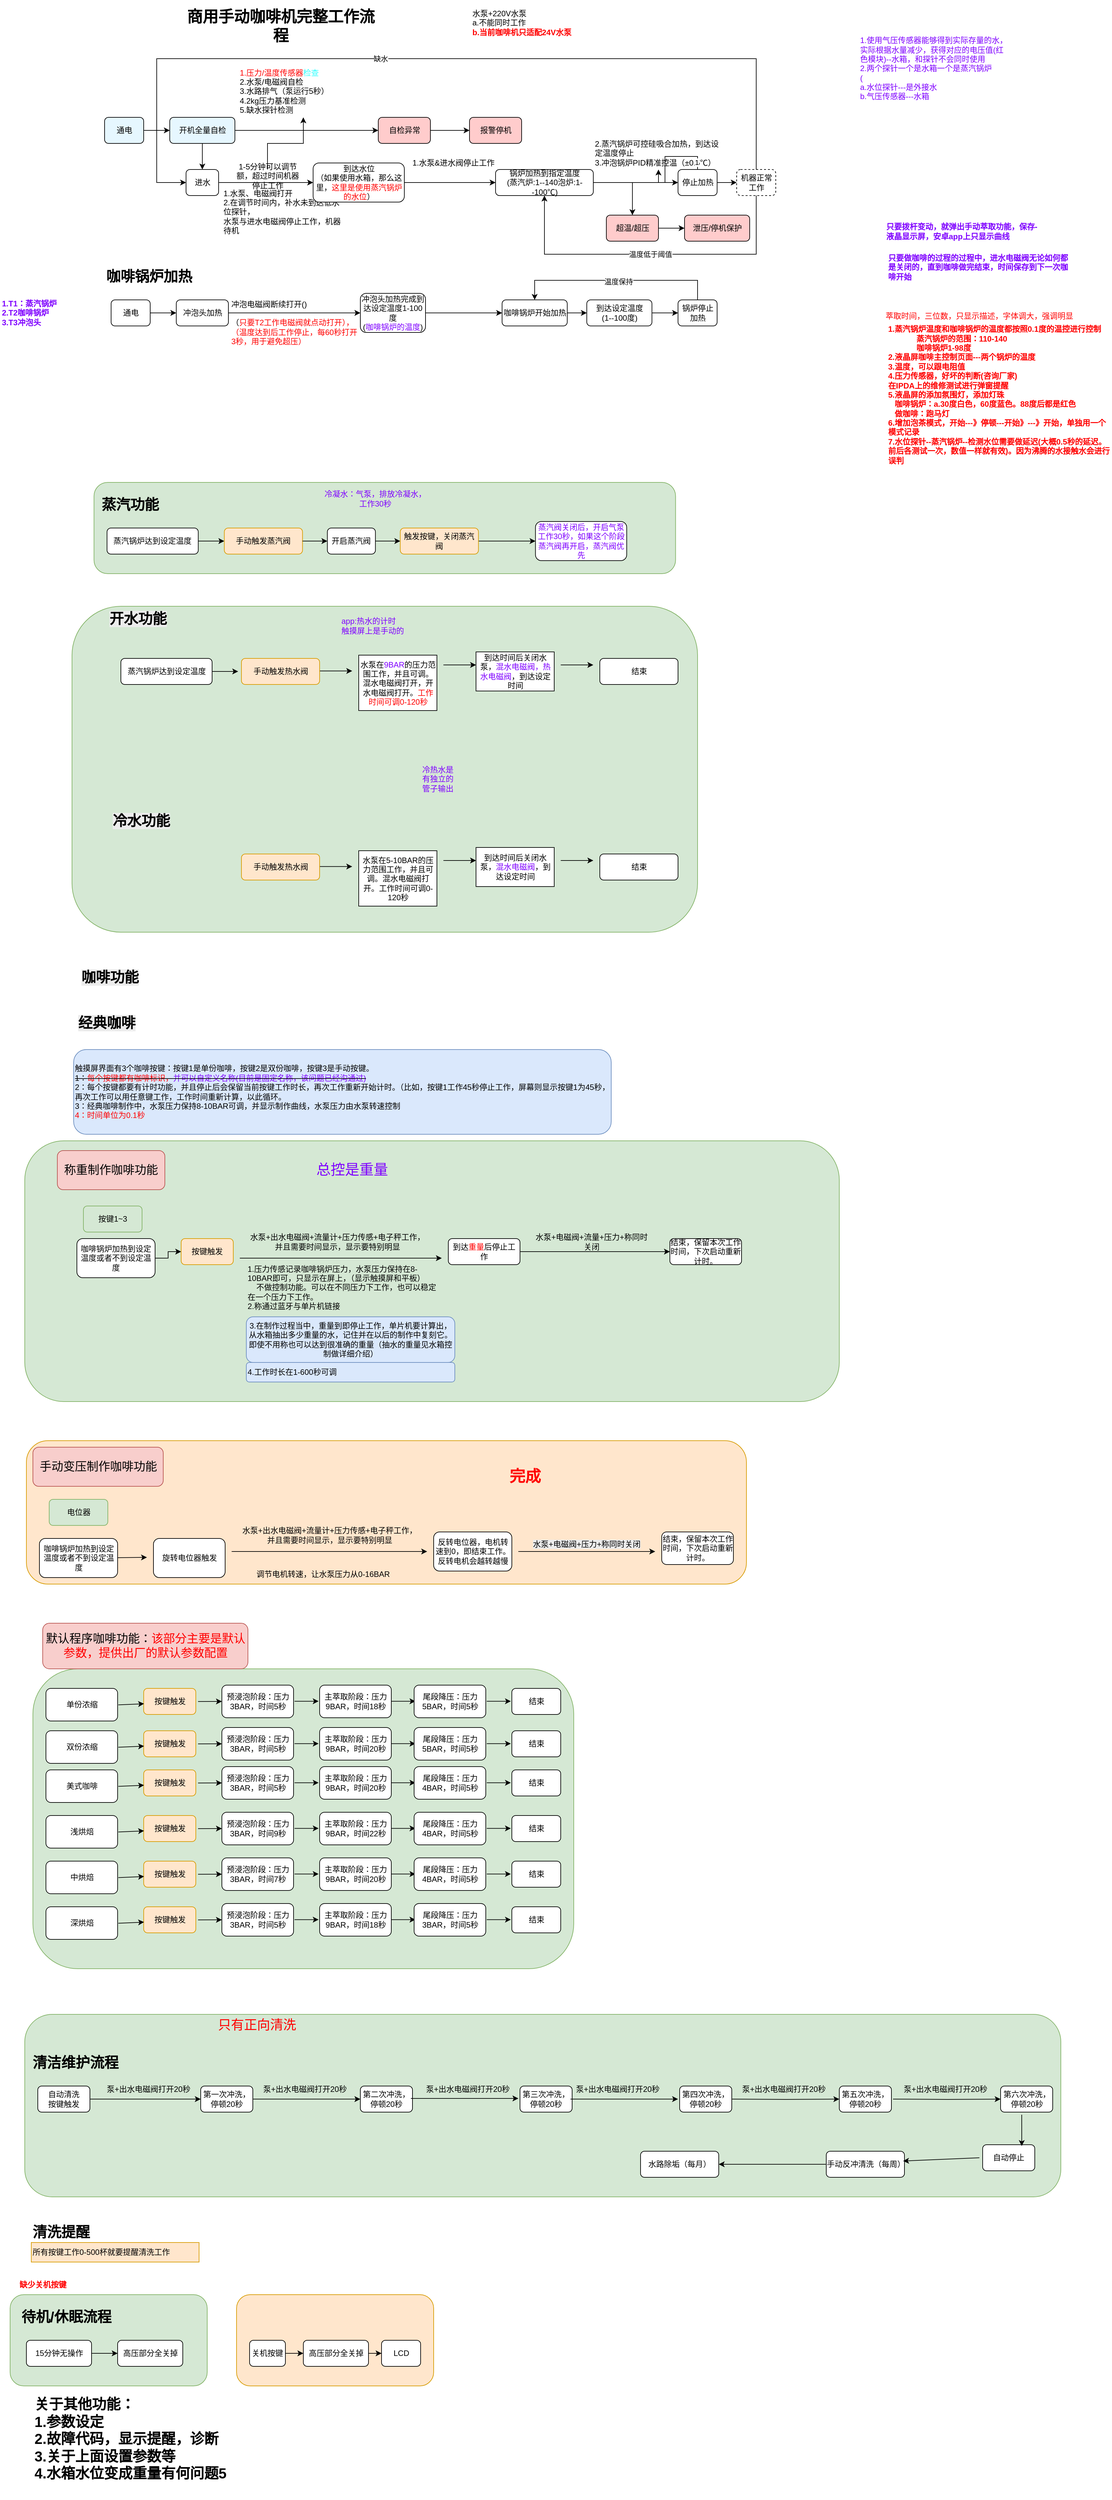
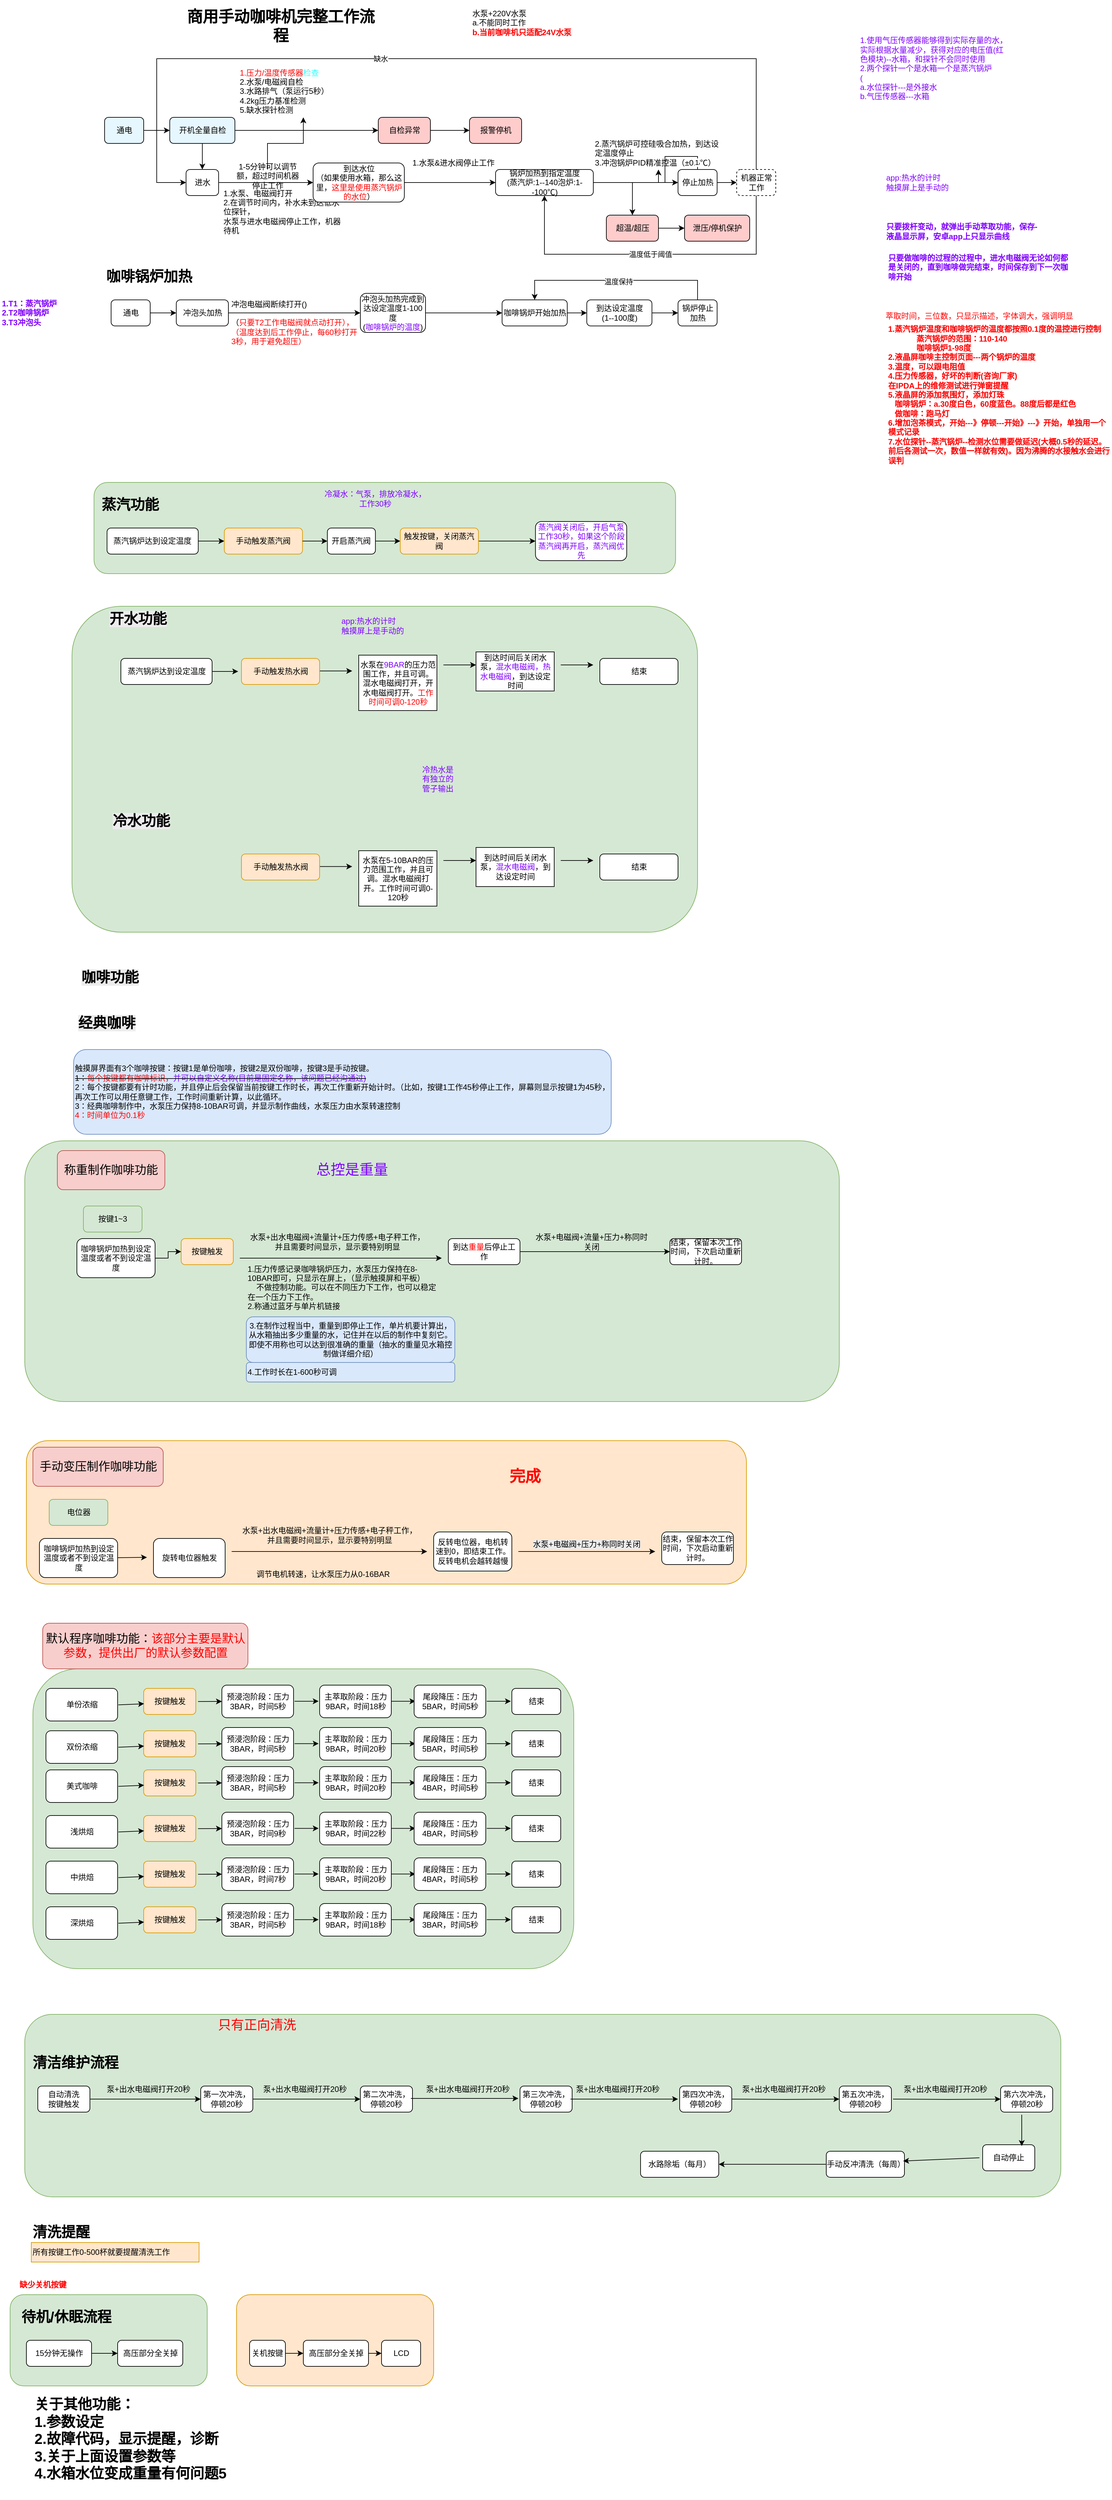
<mxfile host="app.diagrams.net" agent="Mozilla/5.0 (X11; Linux x86_64) AppleWebKit/537.36 (KHTML, like Gecko) Chrome/140.0.0.0 Safari/537.36">
  <diagram name="第 1 页" id="PMNbjTTgIml5Qdtd_ilu">
    <mxGraphModel dx="5828" dy="3826" grid="1" gridSize="10" guides="1" tooltips="1" connect="1" arrows="1" fold="1" page="1" pageScale="1" pageWidth="4000" pageHeight="3000" math="0" shadow="0">
      <root>
        <mxCell id="0" />
        <mxCell id="1" parent="0" />
        <mxCell id="I0rIjMPQqkQqQYyNlasD-1" parent="1" style="rounded=1;whiteSpace=wrap;html=1;fillColor=#d5e8d4;strokeColor=#82b366;" value="" vertex="1">
          <mxGeometry height="140" width="302.5" x="-3762.5" y="1520" as="geometry" />
        </mxCell>
        <mxCell id="IilmvoyfG79s7OAyW8Hz-3" parent="1" style="rounded=1;whiteSpace=wrap;html=1;fillColor=#d5e8d4;strokeColor=#82b366;" value="" vertex="1">
          <mxGeometry height="400" width="1250" x="-3740" y="-250" as="geometry" />
        </mxCell>
        <mxCell id="IilmvoyfG79s7OAyW8Hz-1" parent="1" style="rounded=1;whiteSpace=wrap;html=1;fillColor=#ffe6cc;strokeColor=#d79b00;" value="" vertex="1">
          <mxGeometry height="220" width="1105" x="-3737.5" y="210" as="geometry" />
        </mxCell>
        <mxCell id="OjalCZGyZe0Cus6Rz-vr-6" parent="1" style="rounded=1;whiteSpace=wrap;html=1;fillColor=#d5e8d4;strokeColor=#82b366;" value="" vertex="1">
          <mxGeometry height="460" width="830" x="-3727.5" y="560" as="geometry" />
        </mxCell>
        <mxCell id="OjalCZGyZe0Cus6Rz-vr-4" parent="1" style="rounded=1;whiteSpace=wrap;html=1;fillColor=#d5e8d4;strokeColor=#82b366;" value="" vertex="1">
          <mxGeometry height="140" width="892.5" x="-3633.75" y="-1260" as="geometry" />
        </mxCell>
        <mxCell id="OjalCZGyZe0Cus6Rz-vr-2" parent="1" style="rounded=1;whiteSpace=wrap;html=1;fillColor=#d5e8d4;strokeColor=#82b366;" value="" vertex="1">
          <mxGeometry height="500" width="960" x="-3667.5" y="-1070" as="geometry" />
        </mxCell>
        <mxCell id="OjalCZGyZe0Cus6Rz-vr-1" parent="1" style="rounded=1;whiteSpace=wrap;html=1;fillColor=#d5e8d4;strokeColor=#82b366;" value="" vertex="1">
          <mxGeometry height="280" width="1590" x="-3740" y="1090" as="geometry" />
        </mxCell>
        <mxCell id="_P9jYmqXWWuWMUU2pL9c-90" parent="1" style="text;html=1;whiteSpace=wrap;strokeColor=none;fillColor=none;align=center;verticalAlign=middle;rounded=0;fontSize=24;fontStyle=1" value="商用手动咖啡机完整工作流程" vertex="1">
          <mxGeometry height="40" width="300" x="-3497.5" y="-1980" as="geometry" />
        </mxCell>
        <mxCell id="_P9jYmqXWWuWMUU2pL9c-91" parent="1" style="rounded=1;whiteSpace=wrap;html=1;fillColor=#e6f7ff;" value="通电" vertex="1">
          <mxGeometry height="40" width="60" x="-3617.5" y="-1820" as="geometry" />
        </mxCell>
        <mxCell id="_P9jYmqXWWuWMUU2pL9c-92" edge="1" parent="1" source="_P9jYmqXWWuWMUU2pL9c-91" style="edgeStyle=orthogonalEdgeStyle;rounded=0;orthogonalLoop=1;jettySize=auto;html=1;" target="_P9jYmqXWWuWMUU2pL9c-93" value="">
          <mxGeometry relative="1" as="geometry" />
        </mxCell>
        <mxCell id="_P9jYmqXWWuWMUU2pL9c-93" parent="1" style="rounded=1;whiteSpace=wrap;html=1;fillColor=#e6f7ff;" value="开机全量自检" vertex="1">
          <mxGeometry height="40" width="100" x="-3517.5" y="-1820" as="geometry" />
        </mxCell>
        <mxCell id="_P9jYmqXWWuWMUU2pL9c-94" parent="1" style="text;html=1;whiteSpace=wrap;strokeColor=none;fillColor=none;align=left;verticalAlign=middle;rounded=0;" value="&lt;font style=&quot;color: rgb(255, 0, 0);&quot;&gt;1.压力/温度传感器&lt;/font&gt;&lt;font style=&quot;color: rgb(51, 255, 255);&quot;&gt;检查&lt;/font&gt;&lt;br&gt;2.水泵/电磁阀自检&lt;br&gt;3.水路排气（泵运行5秒）&lt;br&gt;4.2kg压力基准检测&lt;br&gt;5.缺水探针检测" vertex="1">
          <mxGeometry height="80" width="200" x="-3412.5" y="-1900" as="geometry" />
        </mxCell>
        <mxCell id="_P9jYmqXWWuWMUU2pL9c-95" edge="1" parent="1" source="_P9jYmqXWWuWMUU2pL9c-93" style="edgeStyle=orthogonalEdgeStyle;rounded=0;orthogonalLoop=1;jettySize=auto;html=1;" target="_P9jYmqXWWuWMUU2pL9c-96" value="">
          <mxGeometry relative="1" as="geometry" />
        </mxCell>
        <mxCell id="_P9jYmqXWWuWMUU2pL9c-96" parent="1" style="rounded=1;whiteSpace=wrap;html=1;fillColor=#ffcccc;" value="自检异常" vertex="1">
          <mxGeometry height="40" width="80" x="-3197.5" y="-1820" as="geometry" />
        </mxCell>
        <mxCell id="_P9jYmqXWWuWMUU2pL9c-97" edge="1" parent="1" source="_P9jYmqXWWuWMUU2pL9c-96" style="edgeStyle=orthogonalEdgeStyle;rounded=0;orthogonalLoop=1;jettySize=auto;html=1;" target="_P9jYmqXWWuWMUU2pL9c-98" value="">
          <mxGeometry relative="1" as="geometry" />
        </mxCell>
        <mxCell id="_P9jYmqXWWuWMUU2pL9c-98" parent="1" style="rounded=1;whiteSpace=wrap;html=1;fillColor=#ffcccc;" value="报警停机" vertex="1">
          <mxGeometry height="40" width="80" x="-3057.5" y="-1820" as="geometry" />
        </mxCell>
        <mxCell id="_P9jYmqXWWuWMUU2pL9c-99" edge="1" parent="1" source="_P9jYmqXWWuWMUU2pL9c-93" style="edgeStyle=orthogonalEdgeStyle;rounded=0;orthogonalLoop=1;jettySize=auto;html=1;" target="_P9jYmqXWWuWMUU2pL9c-2" value="">
          <mxGeometry relative="1" as="geometry" />
        </mxCell>
        <mxCell id="_P9jYmqXWWuWMUU2pL9c-2" parent="1" style="rounded=1;whiteSpace=wrap;html=1;" value="进水" vertex="1">
          <mxGeometry height="40" width="50" x="-3492.5" y="-1740" as="geometry" />
        </mxCell>
        <mxCell id="ROr1tPp7Zhurker6Y36_-3" edge="1" parent="1" source="_P9jYmqXWWuWMUU2pL9c-6" style="edgeStyle=orthogonalEdgeStyle;rounded=0;orthogonalLoop=1;jettySize=auto;html=1;" target="_P9jYmqXWWuWMUU2pL9c-94" value="">
          <mxGeometry relative="1" as="geometry" />
        </mxCell>
        <mxCell id="_P9jYmqXWWuWMUU2pL9c-6" parent="1" style="text;html=1;whiteSpace=wrap;strokeColor=none;fillColor=none;align=center;verticalAlign=middle;rounded=0;" value="1-5分钟可以调节额，超过时间机器停止工作" vertex="1">
          <mxGeometry height="20" width="100" x="-3417.5" y="-1740" as="geometry" />
        </mxCell>
        <mxCell id="_P9jYmqXWWuWMUU2pL9c-7" parent="1" style="text;html=1;whiteSpace=wrap;strokeColor=none;fillColor=none;align=left;verticalAlign=middle;rounded=0;" value="1.水泵、电磁阀打开&lt;br&gt;&lt;div&gt;2.在调节时间内，补水未到达低水位探针，&lt;/div&gt;&lt;div&gt;水泵与进水电磁阀停止工作，机器待机&lt;/div&gt;" vertex="1">
          <mxGeometry height="50" width="190" x="-3437.5" y="-1700" as="geometry" />
        </mxCell>
        <mxCell id="_P9jYmqXWWuWMUU2pL9c-5" edge="1" parent="1" source="_P9jYmqXWWuWMUU2pL9c-2" style="edgeStyle=orthogonalEdgeStyle;rounded=0;orthogonalLoop=1;jettySize=auto;html=1;" target="_P9jYmqXWWuWMUU2pL9c-4" value="">
          <mxGeometry relative="1" as="geometry" />
        </mxCell>
        <mxCell id="_P9jYmqXWWuWMUU2pL9c-4" parent="1" style="rounded=1;whiteSpace=wrap;html=1;" value="到达水位&lt;br&gt;（如果使用水箱，那么这里，&lt;font style=&quot;color: rgb(255, 0, 0);&quot;&gt;这里是使用蒸汽锅炉的水位&lt;/font&gt;）" vertex="1">
          <mxGeometry height="60" width="140" x="-3297.5" y="-1750" as="geometry" />
        </mxCell>
        <mxCell id="_P9jYmqXWWuWMUU2pL9c-10" parent="1" style="text;html=1;whiteSpace=wrap;strokeColor=none;fillColor=none;align=center;verticalAlign=middle;rounded=0;" value="1.水泵&amp;amp;进水阀停止工作" vertex="1">
          <mxGeometry height="20" width="130" x="-3147.5" y="-1760" as="geometry" />
        </mxCell>
        <mxCell id="_P9jYmqXWWuWMUU2pL9c-9" edge="1" parent="1" source="_P9jYmqXWWuWMUU2pL9c-4" style="edgeStyle=orthogonalEdgeStyle;rounded=0;orthogonalLoop=1;jettySize=auto;html=1;" target="_P9jYmqXWWuWMUU2pL9c-8" value="">
          <mxGeometry relative="1" as="geometry" />
        </mxCell>
        <mxCell id="_P9jYmqXWWuWMUU2pL9c-8" parent="1" style="rounded=1;whiteSpace=wrap;html=1;" value="锅炉加热到指定温度&lt;br&gt;(蒸汽炉:1--140泡炉:1--100℃)" vertex="1">
          <mxGeometry height="40" width="150" x="-3017.5" y="-1740" as="geometry" />
        </mxCell>
        <mxCell id="_P9jYmqXWWuWMUU2pL9c-11" parent="1" style="text;html=1;whiteSpace=wrap;strokeColor=none;fillColor=none;align=left;verticalAlign=middle;rounded=0;" value="2.蒸汽锅炉可控硅吸合加热，到达设定温度停止&lt;br&gt;3.冲泡锅炉PID精准控温（±0.5℃）" vertex="1">
          <mxGeometry height="50" width="200" x="-2867.5" y="-1790" as="geometry" />
        </mxCell>
        <mxCell id="_P9jYmqXWWuWMUU2pL9c-13" edge="1" parent="1" source="_P9jYmqXWWuWMUU2pL9c-8" style="edgeStyle=orthogonalEdgeStyle;rounded=0;orthogonalLoop=1;jettySize=auto;html=1;" target="_P9jYmqXWWuWMUU2pL9c-12" value="">
          <mxGeometry relative="1" as="geometry" />
        </mxCell>
        <mxCell id="ROr1tPp7Zhurker6Y36_-1" edge="1" parent="1" source="_P9jYmqXWWuWMUU2pL9c-12" style="edgeStyle=orthogonalEdgeStyle;rounded=0;orthogonalLoop=1;jettySize=auto;html=1;" target="_P9jYmqXWWuWMUU2pL9c-11" value="">
          <mxGeometry relative="1" as="geometry" />
        </mxCell>
        <mxCell id="ROr1tPp7Zhurker6Y36_-2" connectable="0" parent="ROr1tPp7Zhurker6Y36_-1" style="edgeLabel;html=1;align=center;verticalAlign=middle;resizable=0;points=[];" value="1" vertex="1">
          <mxGeometry relative="1" x="-0.8429" y="2" as="geometry">
            <mxPoint as="offset" />
          </mxGeometry>
        </mxCell>
        <mxCell id="_P9jYmqXWWuWMUU2pL9c-12" parent="1" style="rounded=1;whiteSpace=wrap;html=1;" value="停止加热" vertex="1">
          <mxGeometry height="40" width="60" x="-2737.5" y="-1740" as="geometry" />
        </mxCell>
        <mxCell id="_P9jYmqXWWuWMUU2pL9c-17" edge="1" parent="1" source="_P9jYmqXWWuWMUU2pL9c-12" style="edgeStyle=orthogonalEdgeStyle;rounded=0;orthogonalLoop=1;jettySize=auto;html=1;" target="_P9jYmqXWWuWMUU2pL9c-16" value="">
          <mxGeometry relative="1" as="geometry" />
        </mxCell>
        <mxCell id="_P9jYmqXWWuWMUU2pL9c-15" edge="1" parent="1" source="_P9jYmqXWWuWMUU2pL9c-16" style="edgeStyle=orthogonalEdgeStyle;rounded=0;orthogonalLoop=1;jettySize=auto;html=1;exitX=0.5;exitY=0;exitDx=0;exitDy=0;entryX=0;entryY=0.5;entryDx=0;entryDy=0;" target="_P9jYmqXWWuWMUU2pL9c-2">
          <mxGeometry relative="1" as="geometry">
            <Array as="points">
              <mxPoint x="-2617.5" y="-1910" />
              <mxPoint x="-3537.5" y="-1910" />
              <mxPoint x="-3537.5" y="-1720" />
            </Array>
          </mxGeometry>
        </mxCell>
        <mxCell id="_P9jYmqXWWuWMUU2pL9c-19" connectable="0" parent="_P9jYmqXWWuWMUU2pL9c-15" style="edgeLabel;html=1;align=center;verticalAlign=middle;resizable=0;points=[];" value="缺水" vertex="1">
          <mxGeometry relative="1" x="0.133" y="3" as="geometry">
            <mxPoint x="4" y="-3" as="offset" />
          </mxGeometry>
        </mxCell>
        <mxCell id="_P9jYmqXWWuWMUU2pL9c-16" parent="1" style="rounded=1;whiteSpace=wrap;html=1;dashed=1;" value="机器正常工作" vertex="1">
          <mxGeometry height="40" width="60" x="-2647.5" y="-1740" as="geometry" />
        </mxCell>
        <mxCell id="_P9jYmqXWWuWMUU2pL9c-20" edge="1" parent="1" source="_P9jYmqXWWuWMUU2pL9c-16" style="edgeStyle=orthogonalEdgeStyle;rounded=0;orthogonalLoop=1;jettySize=auto;html=1;exitX=0.5;exitY=1;exitDx=0;exitDy=0;entryX=0.5;entryY=1;entryDx=0;entryDy=0;" target="_P9jYmqXWWuWMUU2pL9c-8">
          <mxGeometry relative="1" as="geometry">
            <Array as="points">
              <mxPoint x="-2617.5" y="-1610" />
              <mxPoint x="-2942.5" y="-1610" />
            </Array>
          </mxGeometry>
        </mxCell>
        <mxCell id="_P9jYmqXWWuWMUU2pL9c-21" connectable="0" parent="_P9jYmqXWWuWMUU2pL9c-20" style="edgeLabel;html=1;align=center;verticalAlign=middle;resizable=0;points=[];" value="温度低于阈值" vertex="1">
          <mxGeometry relative="1" x="0.0776" y="2" as="geometry">
            <mxPoint x="19" y="-2" as="offset" />
          </mxGeometry>
        </mxCell>
        <mxCell id="_P9jYmqXWWuWMUU2pL9c-100" edge="1" parent="1" source="_P9jYmqXWWuWMUU2pL9c-8" style="edgeStyle=orthogonalEdgeStyle;rounded=0;orthogonalLoop=1;jettySize=auto;html=1;" target="_P9jYmqXWWuWMUU2pL9c-101" value="">
          <mxGeometry relative="1" as="geometry" />
        </mxCell>
        <mxCell id="_P9jYmqXWWuWMUU2pL9c-101" parent="1" style="rounded=1;whiteSpace=wrap;html=1;fillColor=#ffcccc;" value="超温/超压" vertex="1">
          <mxGeometry height="40" width="80" x="-2847.5" y="-1670" as="geometry" />
        </mxCell>
        <mxCell id="_P9jYmqXWWuWMUU2pL9c-102" edge="1" parent="1" source="_P9jYmqXWWuWMUU2pL9c-101" style="edgeStyle=orthogonalEdgeStyle;rounded=0;orthogonalLoop=1;jettySize=auto;html=1;" target="_P9jYmqXWWuWMUU2pL9c-103" value="">
          <mxGeometry relative="1" as="geometry" />
        </mxCell>
        <mxCell id="_P9jYmqXWWuWMUU2pL9c-103" parent="1" style="rounded=1;whiteSpace=wrap;html=1;fillColor=#ffcccc;" value="泄压/停机保护" vertex="1">
          <mxGeometry height="40" width="100" x="-2727.5" y="-1670" as="geometry" />
        </mxCell>
        <mxCell id="_P9jYmqXWWuWMUU2pL9c-23" parent="1" style="text;html=1;whiteSpace=wrap;strokeColor=none;fillColor=none;align=left;verticalAlign=middle;rounded=0;fontSize=22;fontStyle=1" value="咖啡锅炉加热" vertex="1">
          <mxGeometry height="30" width="160" x="-3617.5" y="-1590" as="geometry" />
        </mxCell>
        <mxCell id="_P9jYmqXWWuWMUU2pL9c-24" parent="1" style="rounded=1;whiteSpace=wrap;html=1;" value="通电" vertex="1">
          <mxGeometry height="40" width="60" x="-3607.5" y="-1540" as="geometry" />
        </mxCell>
        <mxCell id="_P9jYmqXWWuWMUU2pL9c-26" edge="1" parent="1" source="_P9jYmqXWWuWMUU2pL9c-24" style="edgeStyle=orthogonalEdgeStyle;rounded=0;orthogonalLoop=1;jettySize=auto;html=1;" target="_P9jYmqXWWuWMUU2pL9c-25" value="">
          <mxGeometry relative="1" as="geometry" />
        </mxCell>
        <mxCell id="_P9jYmqXWWuWMUU2pL9c-25" parent="1" style="rounded=1;whiteSpace=wrap;html=1;" value="冲泡头加热" vertex="1">
          <mxGeometry height="40" width="80" x="-3507.5" y="-1540" as="geometry" />
        </mxCell>
        <mxCell id="_P9jYmqXWWuWMUU2pL9c-29" parent="1" style="text;html=1;whiteSpace=wrap;strokeColor=none;fillColor=none;align=left;verticalAlign=middle;rounded=0;" value="冲泡电磁阀断续打开()&lt;br&gt;&lt;br&gt;（&lt;font style=&quot;color: rgb(255, 0, 0);&quot;&gt;只要T2工作电磁阀就点动打开），&lt;br&gt;（温度达到后工作停止，每60秒打开3秒，用于避免超压）&lt;/font&gt;" vertex="1">
          <mxGeometry height="70" width="200" x="-3425" y="-1540" as="geometry" />
        </mxCell>
        <mxCell id="_P9jYmqXWWuWMUU2pL9c-28" edge="1" parent="1" source="_P9jYmqXWWuWMUU2pL9c-25" style="edgeStyle=orthogonalEdgeStyle;rounded=0;orthogonalLoop=1;jettySize=auto;html=1;" target="_P9jYmqXWWuWMUU2pL9c-27" value="">
          <mxGeometry relative="1" as="geometry" />
        </mxCell>
        <mxCell id="_P9jYmqXWWuWMUU2pL9c-27" parent="1" style="rounded=1;whiteSpace=wrap;html=1;" value="冲泡头加热完成到达设定温度1-100度&lt;div&gt;(&lt;font style=&quot;color: rgb(127, 0, 255);&quot;&gt;咖啡锅炉的温度&lt;/font&gt;)&lt;/div&gt;" vertex="1">
          <mxGeometry height="60" width="100" x="-3225" y="-1550" as="geometry" />
        </mxCell>
        <mxCell id="_P9jYmqXWWuWMUU2pL9c-31" edge="1" parent="1" source="_P9jYmqXWWuWMUU2pL9c-27" style="edgeStyle=orthogonalEdgeStyle;rounded=0;orthogonalLoop=1;jettySize=auto;html=1;" target="_P9jYmqXWWuWMUU2pL9c-30" value="">
          <mxGeometry relative="1" as="geometry" />
        </mxCell>
        <mxCell id="_P9jYmqXWWuWMUU2pL9c-30" parent="1" style="rounded=1;whiteSpace=wrap;html=1;" value="咖啡锅炉开始加热" vertex="1">
          <mxGeometry height="40" width="100" x="-3007.5" y="-1540" as="geometry" />
        </mxCell>
        <mxCell id="_P9jYmqXWWuWMUU2pL9c-34" edge="1" parent="1" source="_P9jYmqXWWuWMUU2pL9c-30" style="edgeStyle=orthogonalEdgeStyle;rounded=0;orthogonalLoop=1;jettySize=auto;html=1;" target="_P9jYmqXWWuWMUU2pL9c-33" value="">
          <mxGeometry relative="1" as="geometry" />
        </mxCell>
        <mxCell id="_P9jYmqXWWuWMUU2pL9c-33" parent="1" style="rounded=1;whiteSpace=wrap;html=1;" value="到达设定温度&lt;br&gt;(1--100度)" vertex="1">
          <mxGeometry height="40" width="100" x="-2877.5" y="-1540" as="geometry" />
        </mxCell>
        <mxCell id="_P9jYmqXWWuWMUU2pL9c-36" edge="1" parent="1" source="_P9jYmqXWWuWMUU2pL9c-33" style="edgeStyle=orthogonalEdgeStyle;rounded=0;orthogonalLoop=1;jettySize=auto;html=1;" target="_P9jYmqXWWuWMUU2pL9c-35" value="">
          <mxGeometry relative="1" as="geometry" />
        </mxCell>
        <mxCell id="_P9jYmqXWWuWMUU2pL9c-35" parent="1" style="rounded=1;whiteSpace=wrap;html=1;" value="锅炉停止加热" vertex="1">
          <mxGeometry height="40" width="60" x="-2737.5" y="-1540" as="geometry" />
        </mxCell>
        <mxCell id="_P9jYmqXWWuWMUU2pL9c-37" edge="1" parent="1" source="_P9jYmqXWWuWMUU2pL9c-35" style="edgeStyle=orthogonalEdgeStyle;rounded=0;orthogonalLoop=1;jettySize=auto;html=1;exitX=0.5;exitY=0;exitDx=0;exitDy=0;entryX=0.5;entryY=0;entryDx=0;entryDy=0;" target="_P9jYmqXWWuWMUU2pL9c-30">
          <mxGeometry relative="1" as="geometry">
            <Array as="points">
              <mxPoint x="-2707.5" y="-1570" />
              <mxPoint x="-2957.5" y="-1570" />
            </Array>
          </mxGeometry>
        </mxCell>
        <mxCell id="_P9jYmqXWWuWMUU2pL9c-38" connectable="0" parent="_P9jYmqXWWuWMUU2pL9c-37" style="edgeLabel;html=1;align=center;verticalAlign=middle;resizable=0;points=[];" value="温度保持" vertex="1">
          <mxGeometry relative="1" x="-0.0238" y="2" as="geometry">
            <mxPoint as="offset" />
          </mxGeometry>
        </mxCell>
        <mxCell id="_P9jYmqXWWuWMUU2pL9c-110" parent="1" style="text;html=1;whiteSpace=wrap;strokeColor=none;fillColor=none;align=left;verticalAlign=middle;rounded=0;fontSize=22;fontStyle=1" value="蒸汽功能" vertex="1">
          <mxGeometry height="30" width="160" x="-3623.75" y="-1240" as="geometry" />
        </mxCell>
        <mxCell id="_P9jYmqXWWuWMUU2pL9c-111" parent="1" style="rounded=1;whiteSpace=wrap;html=1;" value="蒸汽锅炉达到设定温度" vertex="1">
          <mxGeometry height="40" width="140" x="-3613.75" y="-1190" as="geometry" />
        </mxCell>
        <mxCell id="_P9jYmqXWWuWMUU2pL9c-112" edge="1" parent="1" source="_P9jYmqXWWuWMUU2pL9c-111" style="edgeStyle=orthogonalEdgeStyle;rounded=0;orthogonalLoop=1;jettySize=auto;html=1;" target="_P9jYmqXWWuWMUU2pL9c-113" value="">
          <mxGeometry relative="1" as="geometry" />
        </mxCell>
        <mxCell id="_P9jYmqXWWuWMUU2pL9c-113" parent="1" style="rounded=1;whiteSpace=wrap;html=1;fillColor=#ffe6cc;strokeColor=#d79b00;" value="手动触发蒸汽阀" vertex="1">
          <mxGeometry height="40" width="120" x="-3433.75" y="-1190" as="geometry" />
        </mxCell>
        <mxCell id="_P9jYmqXWWuWMUU2pL9c-114" edge="1" parent="1" source="_P9jYmqXWWuWMUU2pL9c-113" style="edgeStyle=orthogonalEdgeStyle;rounded=0;orthogonalLoop=1;jettySize=auto;html=1;entryX=0;entryY=0.5;entryDx=0;entryDy=0;" target="DRQTxW7p1hNPi4zCKs6T-31" value="">
          <mxGeometry relative="1" as="geometry">
            <mxPoint x="-3276.25" y="-1170" as="targetPoint" />
          </mxGeometry>
        </mxCell>
        <mxCell id="DRQTxW7p1hNPi4zCKs6T-33" edge="1" parent="1" source="_P9jYmqXWWuWMUU2pL9c-117" style="edgeStyle=orthogonalEdgeStyle;rounded=0;orthogonalLoop=1;jettySize=auto;html=1;exitX=1;exitY=0.5;exitDx=0;exitDy=0;entryX=0;entryY=0.5;entryDx=0;entryDy=0;" target="DRQTxW7p1hNPi4zCKs6T-30">
          <mxGeometry relative="1" as="geometry" />
        </mxCell>
        <mxCell id="_P9jYmqXWWuWMUU2pL9c-117" parent="1" style="rounded=1;whiteSpace=wrap;html=1;fillColor=#ffe6cc;strokeColor=#d79b00;" value="触发按键，关闭蒸汽阀" vertex="1">
          <mxGeometry height="40" width="120" x="-3163.75" y="-1190" as="geometry" />
        </mxCell>
        <mxCell id="_P9jYmqXWWuWMUU2pL9c-42" parent="1" style="rounded=1;whiteSpace=wrap;html=1;" value="咖啡锅炉加热到设定温度或者不到设定温度" vertex="1">
          <mxGeometry height="60" width="120" x="-3660" y="-100" as="geometry" />
        </mxCell>
        <mxCell id="_P9jYmqXWWuWMUU2pL9c-44" edge="1" parent="1" source="_P9jYmqXWWuWMUU2pL9c-42" style="edgeStyle=orthogonalEdgeStyle;rounded=0;orthogonalLoop=1;jettySize=auto;html=1;entryX=0;entryY=0.5;entryDx=0;entryDy=0;" target="_P9jYmqXWWuWMUU2pL9c-43" value="">
          <mxGeometry relative="1" as="geometry" />
        </mxCell>
        <mxCell id="_P9jYmqXWWuWMUU2pL9c-43" parent="1" style="rounded=1;whiteSpace=wrap;html=1;fillColor=#ffe6cc;strokeColor=#d79b00;" value="按键触发" vertex="1">
          <mxGeometry height="40" width="80" x="-3500" y="-100" as="geometry" />
        </mxCell>
        <mxCell id="_P9jYmqXWWuWMUU2pL9c-47" parent="1" style="text;html=1;whiteSpace=wrap;strokeColor=none;fillColor=none;align=center;verticalAlign=middle;rounded=0;" value="水泵+出水电磁阀+流量计+压力传感+电子秤工作，并且需要时间显示，显示要特别明显" vertex="1">
          <mxGeometry height="30" width="280" x="-3400" y="-110" as="geometry" />
        </mxCell>
        <mxCell id="_P9jYmqXWWuWMUU2pL9c-48" parent="1" style="text;html=1;whiteSpace=wrap;strokeColor=none;fillColor=none;align=left;verticalAlign=middle;rounded=0;" value="&lt;div&gt;1.压力传感记录咖啡锅炉压力，水泵压力保持在8-10BAR即可，只显示在屏上，（显示触摸屏和平板）&lt;br&gt;&amp;nbsp; &amp;nbsp; 不做控制功能。可以在不同压力下工作，也可以稳定在一个压力下工作。&lt;/div&gt;&lt;div&gt;2.称通过蓝牙与单片机链接&lt;/div&gt;" vertex="1">
          <mxGeometry height="90" width="300" x="-3400" y="-70" as="geometry" />
        </mxCell>
        <mxCell id="_P9jYmqXWWuWMUU2pL9c-45" parent="1" style="rounded=1;whiteSpace=wrap;html=1;" value="到达&lt;font style=&quot;color: rgb(255, 0, 0);&quot;&gt;重量&lt;/font&gt;后停止工作" vertex="1">
          <mxGeometry height="40" width="110" x="-3090" y="-100" as="geometry" />
        </mxCell>
        <mxCell id="_P9jYmqXWWuWMUU2pL9c-50" edge="1" parent="1" source="_P9jYmqXWWuWMUU2pL9c-45" style="edgeStyle=orthogonalEdgeStyle;rounded=0;orthogonalLoop=1;jettySize=auto;html=1;" target="_P9jYmqXWWuWMUU2pL9c-49" value="">
          <mxGeometry relative="1" as="geometry" />
        </mxCell>
        <mxCell id="_P9jYmqXWWuWMUU2pL9c-51" parent="1" style="text;html=1;whiteSpace=wrap;strokeColor=none;fillColor=none;align=center;verticalAlign=middle;rounded=0;" value="水泵+电磁阀+流量+压力+称同时关闭" vertex="1">
          <mxGeometry height="30" width="180" x="-2960" y="-110" as="geometry" />
        </mxCell>
        <mxCell id="_P9jYmqXWWuWMUU2pL9c-49" parent="1" style="rounded=1;whiteSpace=wrap;html=1;" value="结束，保留本次工作时间，下次启动重新计时。" vertex="1">
          <mxGeometry height="40" width="110" x="-2750" y="-100" as="geometry" />
        </mxCell>
        <mxCell id="_P9jYmqXWWuWMUU2pL9c-75" parent="1" style="text;html=1;whiteSpace=wrap;strokeColor=none;fillColor=none;align=left;verticalAlign=middle;rounded=0;fontSize=22;fontStyle=1" value="清洁维护流程" vertex="1">
          <mxGeometry height="30" width="160" x="-3730" y="1150" as="geometry" />
        </mxCell>
        <mxCell id="_P9jYmqXWWuWMUU2pL9c-76" parent="1" style="rounded=1;whiteSpace=wrap;html=1;" value="自动清洗&lt;br&gt;按键触发" vertex="1">
          <mxGeometry height="40" width="80" x="-3720" y="1200" as="geometry" />
        </mxCell>
        <mxCell id="_P9jYmqXWWuWMUU2pL9c-78" edge="1" parent="1" source="_P9jYmqXWWuWMUU2pL9c-76" style="edgeStyle=orthogonalEdgeStyle;rounded=0;orthogonalLoop=1;jettySize=auto;html=1;" target="_P9jYmqXWWuWMUU2pL9c-77" value="">
          <mxGeometry relative="1" as="geometry" />
        </mxCell>
        <mxCell id="_P9jYmqXWWuWMUU2pL9c-79" parent="1" style="text;html=1;whiteSpace=wrap;strokeColor=none;fillColor=none;align=center;verticalAlign=middle;rounded=0;" value="泵+出水电磁阀打开20秒" vertex="1">
          <mxGeometry height="30" width="140" x="-3620" y="1190" as="geometry" />
        </mxCell>
        <mxCell id="_P9jYmqXWWuWMUU2pL9c-77" parent="1" style="rounded=1;whiteSpace=wrap;html=1;" value="第一次冲洗，停顿20秒" vertex="1">
          <mxGeometry height="40" width="80" x="-3470" y="1200" as="geometry" />
        </mxCell>
        <mxCell id="_P9jYmqXWWuWMUU2pL9c-81" edge="1" parent="1" source="_P9jYmqXWWuWMUU2pL9c-77" style="edgeStyle=orthogonalEdgeStyle;rounded=0;orthogonalLoop=1;jettySize=auto;html=1;" target="_P9jYmqXWWuWMUU2pL9c-80" value="">
          <mxGeometry relative="1" as="geometry" />
        </mxCell>
        <mxCell id="_P9jYmqXWWuWMUU2pL9c-82" parent="1" style="text;html=1;whiteSpace=wrap;strokeColor=none;fillColor=none;align=center;verticalAlign=middle;rounded=0;" value="泵+出水电磁阀打开20秒" vertex="1">
          <mxGeometry height="30" width="140" x="-3380" y="1190" as="geometry" />
        </mxCell>
        <mxCell id="_P9jYmqXWWuWMUU2pL9c-80" parent="1" style="rounded=1;whiteSpace=wrap;html=1;" value="第二次冲洗，停顿20秒" vertex="1">
          <mxGeometry height="40" width="80" x="-3225" y="1200" as="geometry" />
        </mxCell>
        <mxCell id="_P9jYmqXWWuWMUU2pL9c-85" parent="1" style="rounded=1;whiteSpace=wrap;html=1;" value="自动停止" vertex="1">
          <mxGeometry height="40" width="80" x="-2270" y="1290" as="geometry" />
        </mxCell>
        <mxCell id="_P9jYmqXWWuWMUU2pL9c-140" edge="1" parent="1" source="lgWbKkXzePmSplhIxeYr-49" style="edgeStyle=orthogonalEdgeStyle;rounded=0;orthogonalLoop=1;jettySize=auto;html=1;exitX=0.406;exitY=1.1;exitDx=0;exitDy=0;exitPerimeter=0;entryX=0.75;entryY=0.05;entryDx=0;entryDy=0;entryPerimeter=0;" target="_P9jYmqXWWuWMUU2pL9c-85" value="">
          <mxGeometry relative="1" as="geometry">
            <mxPoint x="-2215" y="1270" as="sourcePoint" />
          </mxGeometry>
        </mxCell>
        <mxCell id="_P9jYmqXWWuWMUU2pL9c-141" parent="1" style="rounded=1;whiteSpace=wrap;html=1;" value="手动反冲清洗（每周）" vertex="1">
          <mxGeometry height="40" width="120" x="-2510" y="1300" as="geometry" />
        </mxCell>
        <mxCell id="_P9jYmqXWWuWMUU2pL9c-142" edge="1" parent="1" source="_P9jYmqXWWuWMUU2pL9c-141" style="edgeStyle=orthogonalEdgeStyle;rounded=0;orthogonalLoop=1;jettySize=auto;html=1;" target="_P9jYmqXWWuWMUU2pL9c-143" value="">
          <mxGeometry relative="1" as="geometry" />
        </mxCell>
        <mxCell id="_P9jYmqXWWuWMUU2pL9c-143" parent="1" style="rounded=1;whiteSpace=wrap;html=1;" value="水路除垢（每月）" vertex="1">
          <mxGeometry height="40" width="120" x="-2795" y="1300" as="geometry" />
        </mxCell>
        <mxCell id="_P9jYmqXWWuWMUU2pL9c-150" parent="1" style="text;html=1;whiteSpace=wrap;strokeColor=none;fillColor=none;align=left;verticalAlign=middle;rounded=0;fontSize=22;fontStyle=1" value="待机/休眠流程" vertex="1">
          <mxGeometry height="30" width="160" x="-3747.5" y="1540" as="geometry" />
        </mxCell>
        <mxCell id="_P9jYmqXWWuWMUU2pL9c-151" parent="1" style="rounded=1;whiteSpace=wrap;html=1;" value="15分钟无操作" vertex="1">
          <mxGeometry height="40" width="100" x="-3737.5" y="1590" as="geometry" />
        </mxCell>
        <mxCell id="_P9jYmqXWWuWMUU2pL9c-152" edge="1" parent="1" source="_P9jYmqXWWuWMUU2pL9c-151" style="edgeStyle=orthogonalEdgeStyle;rounded=0;orthogonalLoop=1;jettySize=auto;html=1;" target="_P9jYmqXWWuWMUU2pL9c-153" value="">
          <mxGeometry relative="1" as="geometry" />
        </mxCell>
        <mxCell id="_P9jYmqXWWuWMUU2pL9c-153" parent="1" style="rounded=1;whiteSpace=wrap;html=1;" value="高压部分全关掉" vertex="1">
          <mxGeometry height="40" width="100" x="-3597.5" y="1590" as="geometry" />
        </mxCell>
        <mxCell id="xD5JS4Ofd663jAq8a2iz-111" parent="1" style="text;whiteSpace=wrap;html=1;" value="&lt;span style=&quot;color: rgb(0, 0, 0); font-family: Helvetica; font-size: 22px; font-style: normal; font-variant-ligatures: normal; font-variant-caps: normal; font-weight: 700; letter-spacing: normal; orphans: 2; text-align: left; text-indent: 0px; text-transform: none; widows: 2; word-spacing: 0px; -webkit-text-stroke-width: 0px; white-space: normal; background-color: rgb(236, 236, 236); text-decoration-thickness: initial; text-decoration-style: initial; text-decoration-color: initial; float: none; display: inline !important;&quot;&gt;开水功能&lt;/span&gt;" vertex="1">
          <mxGeometry height="50" width="120" x="-3612.5" y="-1070" as="geometry" />
        </mxCell>
        <mxCell id="xD5JS4Ofd663jAq8a2iz-113" parent="1" style="rounded=1;whiteSpace=wrap;html=1;" value="蒸汽锅炉达到设定温度" vertex="1">
          <mxGeometry height="40" width="140" x="-3592.5" y="-990" as="geometry" />
        </mxCell>
        <mxCell id="xD5JS4Ofd663jAq8a2iz-114" edge="1" parent="1" source="xD5JS4Ofd663jAq8a2iz-113" style="edgeStyle=orthogonalEdgeStyle;rounded=0;orthogonalLoop=1;jettySize=auto;html=1;" value="">
          <mxGeometry relative="1" as="geometry">
            <mxPoint x="-3412.5" y="-970" as="targetPoint" />
          </mxGeometry>
        </mxCell>
        <mxCell id="xD5JS4Ofd663jAq8a2iz-123" edge="1" parent="1" style="edgeStyle=none;orthogonalLoop=1;jettySize=auto;html=1;rounded=0;" value="">
          <mxGeometry relative="1" width="100" as="geometry">
            <Array as="points" />
            <mxPoint x="-3287.5" y="-970.71" as="sourcePoint" />
            <mxPoint x="-3237.5" y="-970.71" as="targetPoint" />
          </mxGeometry>
        </mxCell>
        <mxCell id="xD5JS4Ofd663jAq8a2iz-124" parent="1" style="rounded=0;whiteSpace=wrap;html=1;" value="水泵在&lt;font style=&quot;color: rgb(127, 0, 255);&quot;&gt;9BAR&lt;/font&gt;的压力范围工作，并且可调。混水电磁阀打开，开水电磁阀打开。&lt;font style=&quot;color: rgb(255, 0, 0);&quot;&gt;工作时间可调0-120秒&lt;/font&gt;" vertex="1">
          <mxGeometry height="85" width="120" x="-3227.5" y="-995" as="geometry" />
        </mxCell>
        <mxCell id="xD5JS4Ofd663jAq8a2iz-125" edge="1" parent="1" style="edgeStyle=none;orthogonalLoop=1;jettySize=auto;html=1;rounded=0;" value="">
          <mxGeometry relative="1" width="100" as="geometry">
            <Array as="points">
              <mxPoint x="-3077.5" y="-980" />
            </Array>
            <mxPoint x="-3097.5" y="-980" as="sourcePoint" />
            <mxPoint x="-3047.5" y="-980" as="targetPoint" />
          </mxGeometry>
        </mxCell>
        <mxCell id="xD5JS4Ofd663jAq8a2iz-126" parent="1" style="rounded=0;whiteSpace=wrap;html=1;" value="到达时间后关闭水泵，&lt;font style=&quot;color: rgb(127, 0, 255);&quot;&gt;混水电磁阀，热水电磁阀&lt;/font&gt;，到达设定时间" vertex="1">
          <mxGeometry height="60" width="120" x="-3047.5" y="-1000" as="geometry" />
        </mxCell>
        <mxCell id="xD5JS4Ofd663jAq8a2iz-142" parent="1" style="rounded=1;whiteSpace=wrap;html=1;fillColor=#ffe6cc;strokeColor=#d79b00;" value="手动触发热水阀" vertex="1">
          <mxGeometry height="40" width="120" x="-3407.5" y="-990" as="geometry" />
        </mxCell>
        <mxCell id="xD5JS4Ofd663jAq8a2iz-144" parent="1" style="rounded=1;whiteSpace=wrap;html=1;" value="结束" vertex="1">
          <mxGeometry height="40" width="120" x="-2857.5" y="-990" as="geometry" />
        </mxCell>
        <mxCell id="xD5JS4Ofd663jAq8a2iz-145" edge="1" parent="1" style="edgeStyle=none;orthogonalLoop=1;jettySize=auto;html=1;rounded=0;" value="">
          <mxGeometry relative="1" width="100" as="geometry">
            <Array as="points" />
            <mxPoint x="-2917.5" y="-980" as="sourcePoint" />
            <mxPoint x="-2867.5" y="-980" as="targetPoint" />
          </mxGeometry>
        </mxCell>
        <mxCell id="xD5JS4Ofd663jAq8a2iz-146" parent="1" style="text;whiteSpace=wrap;html=1;" value="&lt;span style=&quot;color: rgb(0, 0, 0); font-family: Helvetica; font-size: 22px; font-style: normal; font-variant-ligatures: normal; font-variant-caps: normal; font-weight: 700; letter-spacing: normal; orphans: 2; text-align: left; text-indent: 0px; text-transform: none; widows: 2; word-spacing: 0px; -webkit-text-stroke-width: 0px; white-space: normal; background-color: rgb(236, 236, 236); text-decoration-thickness: initial; text-decoration-style: initial; text-decoration-color: initial; float: none; display: inline !important;&quot;&gt;咖啡功能&lt;/span&gt;" vertex="1">
          <mxGeometry height="50" width="120" x="-3655" y="-520" as="geometry" />
        </mxCell>
        <mxCell id="xD5JS4Ofd663jAq8a2iz-147" parent="1" style="text;whiteSpace=wrap;html=1;" value="&lt;span style=&quot;color: rgb(0, 0, 0); font-family: Helvetica; font-size: 22px; font-style: normal; font-variant-ligatures: normal; font-variant-caps: normal; font-weight: 700; letter-spacing: normal; orphans: 2; text-align: left; text-indent: 0px; text-transform: none; widows: 2; word-spacing: 0px; -webkit-text-stroke-width: 0px; white-space: normal; background-color: rgb(236, 236, 236); text-decoration-thickness: initial; text-decoration-style: initial; text-decoration-color: initial; float: none; display: inline !important;&quot;&gt;经典咖啡&lt;/span&gt;" vertex="1">
          <mxGeometry height="50" width="120" x="-3660" y="-450" as="geometry" />
        </mxCell>
        <mxCell id="xD5JS4Ofd663jAq8a2iz-148" parent="1" style="rounded=1;whiteSpace=wrap;html=1;align=left;fillColor=#dae8fc;strokeColor=#6c8ebf;" value="触摸屏界面有3个咖啡按键：按键1是单份咖啡，按键2是双份咖啡，按键3是手动按键。&lt;div&gt;&lt;strike&gt;1：&lt;font style=&quot;color: rgb(255, 0, 0);&quot;&gt;每个按键都有咖啡标识，&lt;/font&gt;&lt;font style=&quot;color: rgb(127, 0, 255);&quot;&gt;并可以自定义名称(目前是固定名称，该问题已经沟通过)&lt;/font&gt;&lt;/strike&gt;&lt;/div&gt;&lt;div&gt;2：每个按键都要有计时功能，并且停止后会保留当前按键工作时长，再次工作重新开始计时。（比如，按键1工作45秒停止工作，屏幕则显示按键1为45秒，再次工作可以用任意键工作，工作时间重新计算，以此循环。&lt;/div&gt;&lt;div&gt;3：经典咖啡制作中，水泵压力保持8-10BAR可调，并显示制作曲线，水泵压力由水泵转速控制&lt;/div&gt;&lt;div&gt;&lt;font style=&quot;color: rgb(255, 0, 0);&quot;&gt;4：时间单位为0.1秒&lt;/font&gt;&lt;/div&gt;" vertex="1">
          <mxGeometry height="130" width="825" x="-3665" y="-390" as="geometry" />
        </mxCell>
        <mxCell id="xD5JS4Ofd663jAq8a2iz-149" parent="1" style="rounded=1;whiteSpace=wrap;html=1;fillColor=#f8cecc;strokeColor=#b85450;" value="&lt;font style=&quot;font-size: 18px;&quot;&gt;称重制作咖啡功能&lt;/font&gt;" vertex="1">
          <mxGeometry height="60" width="165" x="-3690" y="-235" as="geometry" />
        </mxCell>
        <mxCell id="xD5JS4Ofd663jAq8a2iz-153" parent="1" style="rounded=1;whiteSpace=wrap;html=1;fillColor=#dae8fc;strokeColor=#6c8ebf;" value="3.在制作过程当中，重量到即停止工作，单片机要计算出，从水箱抽出多少重量的水，记住并在以后的制作中复刻它。即使不用称也可以达到很准确的重量（抽水的重量见水箱控制做详细介绍）" vertex="1">
          <mxGeometry height="70" width="320" x="-3400" y="20" as="geometry" />
        </mxCell>
        <mxCell id="xD5JS4Ofd663jAq8a2iz-154" parent="1" style="rounded=1;whiteSpace=wrap;html=1;fillColor=#d5e8d4;strokeColor=#82b366;" value="按键1~3" vertex="1">
          <mxGeometry height="40" width="90" x="-3650" y="-150" as="geometry" />
        </mxCell>
        <mxCell id="xD5JS4Ofd663jAq8a2iz-165" parent="1" style="rounded=1;whiteSpace=wrap;html=1;fillColor=#dae8fc;strokeColor=#6c8ebf;align=left;" value="4.工作时长在1-600秒可调" vertex="1">
          <mxGeometry height="30" width="320" x="-3400" y="90" as="geometry" />
        </mxCell>
        <mxCell id="xD5JS4Ofd663jAq8a2iz-172" edge="1" parent="1" style="endArrow=classic;html=1;rounded=0;entryX=1;entryY=0;entryDx=0;entryDy=0;entryPerimeter=0;" target="_P9jYmqXWWuWMUU2pL9c-48" value="">
          <mxGeometry height="50" relative="1" width="50" as="geometry">
            <mxPoint x="-3410" y="-70" as="sourcePoint" />
            <mxPoint x="-3320" y="-70" as="targetPoint" />
          </mxGeometry>
        </mxCell>
        <mxCell id="xD5JS4Ofd663jAq8a2iz-181" parent="1" style="rounded=1;whiteSpace=wrap;html=1;fillColor=#f8cecc;strokeColor=#b85450;" value="&lt;font style=&quot;font-size: 18px;&quot;&gt;手动变压制作咖啡功能&lt;/font&gt;" vertex="1">
          <mxGeometry height="60" width="200" x="-3727.5" y="220" as="geometry" />
        </mxCell>
        <mxCell id="xD5JS4Ofd663jAq8a2iz-183" parent="1" style="rounded=1;whiteSpace=wrap;html=1;" value="咖啡锅炉加热到设定温度或者不到设定温度" vertex="1">
          <mxGeometry height="60" width="120" x="-3717.5" y="360" as="geometry" />
        </mxCell>
        <mxCell id="xD5JS4Ofd663jAq8a2iz-184" parent="1" style="rounded=1;whiteSpace=wrap;html=1;fillColor=#d5e8d4;strokeColor=#82b366;" value="电位器" vertex="1">
          <mxGeometry height="40" width="90" x="-3702.5" y="300" as="geometry" />
        </mxCell>
        <mxCell id="xD5JS4Ofd663jAq8a2iz-186" edge="1" parent="1" style="endArrow=classic;html=1;rounded=0;" value="">
          <mxGeometry height="50" relative="1" width="50" as="geometry">
            <mxPoint x="-3597.5" y="389.44000000000005" as="sourcePoint" />
            <mxPoint x="-3552.5" y="389" as="targetPoint" />
          </mxGeometry>
        </mxCell>
        <mxCell id="xD5JS4Ofd663jAq8a2iz-187" parent="1" style="rounded=1;whiteSpace=wrap;html=1;" value="旋转电位器触发" vertex="1">
          <mxGeometry height="60" width="110" x="-3542.5" y="360" as="geometry" />
        </mxCell>
        <mxCell id="xD5JS4Ofd663jAq8a2iz-188" edge="1" parent="1" style="endArrow=classic;html=1;rounded=0;" value="">
          <mxGeometry height="50" relative="1" width="50" as="geometry">
            <mxPoint x="-3422.5" y="380" as="sourcePoint" />
            <mxPoint x="-3122.5" y="380" as="targetPoint" />
          </mxGeometry>
        </mxCell>
        <mxCell id="xD5JS4Ofd663jAq8a2iz-189" parent="1" style="text;html=1;whiteSpace=wrap;strokeColor=none;fillColor=none;align=center;verticalAlign=middle;rounded=0;" value="水泵+出水电磁阀+流量计+压力传感+电子秤工作，并且需要时间显示，显示要特别明显" vertex="1">
          <mxGeometry height="30" width="280" x="-3412.5" y="340" as="geometry" />
        </mxCell>
        <mxCell id="xD5JS4Ofd663jAq8a2iz-191" parent="1" style="text;html=1;whiteSpace=wrap;strokeColor=none;fillColor=none;align=center;verticalAlign=middle;rounded=0;" value="调节电机转速，让水泵压力从0-16BAR" vertex="1">
          <mxGeometry height="30" width="260" x="-3412.5" y="400" as="geometry" />
        </mxCell>
        <mxCell id="xD5JS4Ofd663jAq8a2iz-192" parent="1" style="rounded=1;whiteSpace=wrap;html=1;" value="反转电位器，电机转速到0，即结束工作。反转电机会越转越慢" vertex="1">
          <mxGeometry height="60" width="120" x="-3112.5" y="350" as="geometry" />
        </mxCell>
        <mxCell id="xD5JS4Ofd663jAq8a2iz-193" parent="1" style="rounded=1;whiteSpace=wrap;html=1;" value="结束，保留本次工作时间，下次启动重新计时。" vertex="1">
          <mxGeometry height="50" width="110" x="-2762.5" y="350" as="geometry" />
        </mxCell>
        <mxCell id="xD5JS4Ofd663jAq8a2iz-194" edge="1" parent="1" style="edgeStyle=orthogonalEdgeStyle;rounded=0;orthogonalLoop=1;jettySize=auto;html=1;" value="">
          <mxGeometry relative="1" as="geometry">
            <mxPoint x="-2982.5" y="380" as="sourcePoint" />
            <mxPoint x="-2772.5" y="380" as="targetPoint" />
          </mxGeometry>
        </mxCell>
        <mxCell id="xD5JS4Ofd663jAq8a2iz-195" parent="1" style="text;whiteSpace=wrap;html=1;" value="&lt;span style=&quot;color: rgb(0, 0, 0); font-family: Helvetica; font-size: 12px; font-style: normal; font-variant-ligatures: normal; font-variant-caps: normal; font-weight: 400; letter-spacing: normal; orphans: 2; text-align: center; text-indent: 0px; text-transform: none; widows: 2; word-spacing: 0px; -webkit-text-stroke-width: 0px; white-space: normal; background-color: rgb(236, 236, 236); text-decoration-thickness: initial; text-decoration-style: initial; text-decoration-color: initial; display: inline !important; float: none;&quot;&gt;水泵+电磁阀+压力+称同时关闭&lt;/span&gt;" vertex="1">
          <mxGeometry height="40" width="200" x="-2962.5" y="355" as="geometry" />
        </mxCell>
        <mxCell id="lgWbKkXzePmSplhIxeYr-1" parent="1" style="text;whiteSpace=wrap;html=1;" value="&lt;span style=&quot;color: rgb(0, 0, 0); font-family: Helvetica; font-size: 22px; font-style: normal; font-variant-ligatures: normal; font-variant-caps: normal; font-weight: 700; letter-spacing: normal; orphans: 2; text-align: left; text-indent: 0px; text-transform: none; widows: 2; word-spacing: 0px; -webkit-text-stroke-width: 0px; white-space: normal; background-color: rgb(236, 236, 236); text-decoration-thickness: initial; text-decoration-style: initial; text-decoration-color: initial; float: none; display: inline !important;&quot;&gt;冷水功能&lt;/span&gt;" vertex="1">
          <mxGeometry height="50" width="120" x="-3607.5" y="-760" as="geometry" />
        </mxCell>
        <mxCell id="lgWbKkXzePmSplhIxeYr-10" edge="1" parent="1" style="edgeStyle=none;orthogonalLoop=1;jettySize=auto;html=1;rounded=0;" value="">
          <mxGeometry relative="1" width="100" as="geometry">
            <Array as="points" />
            <mxPoint x="-3287.5" y="-670.71" as="sourcePoint" />
            <mxPoint x="-3237.5" y="-670.71" as="targetPoint" />
          </mxGeometry>
        </mxCell>
        <mxCell id="lgWbKkXzePmSplhIxeYr-11" parent="1" style="rounded=0;whiteSpace=wrap;html=1;" value="水泵在5-10BAR的压力范围工作，并且可调。混水电磁阀打开。工作时间可调0-120秒" vertex="1">
          <mxGeometry height="85" width="120" x="-3227.5" y="-695" as="geometry" />
        </mxCell>
        <mxCell id="lgWbKkXzePmSplhIxeYr-12" edge="1" parent="1" style="edgeStyle=none;orthogonalLoop=1;jettySize=auto;html=1;rounded=0;" value="">
          <mxGeometry relative="1" width="100" as="geometry">
            <Array as="points">
              <mxPoint x="-3077.5" y="-680" />
            </Array>
            <mxPoint x="-3097.5" y="-680" as="sourcePoint" />
            <mxPoint x="-3047.5" y="-680" as="targetPoint" />
          </mxGeometry>
        </mxCell>
        <mxCell id="lgWbKkXzePmSplhIxeYr-13" parent="1" style="rounded=0;whiteSpace=wrap;html=1;" value="到达时间后关闭水泵，&lt;font style=&quot;color: rgb(127, 0, 255);&quot;&gt;混水电磁阀&lt;/font&gt;，到达设定时间" vertex="1">
          <mxGeometry height="60" width="120" x="-3047.5" y="-700" as="geometry" />
        </mxCell>
        <mxCell id="lgWbKkXzePmSplhIxeYr-15" parent="1" style="rounded=1;whiteSpace=wrap;html=1;fillColor=#ffe6cc;strokeColor=#d79b00;" value="手动触发热水阀" vertex="1">
          <mxGeometry height="40" width="120" x="-3407.5" y="-690" as="geometry" />
        </mxCell>
        <mxCell id="lgWbKkXzePmSplhIxeYr-16" parent="1" style="rounded=1;whiteSpace=wrap;html=1;" value="结束" vertex="1">
          <mxGeometry height="40" width="120" x="-2857.5" y="-690" as="geometry" />
        </mxCell>
        <mxCell id="lgWbKkXzePmSplhIxeYr-17" edge="1" parent="1" style="edgeStyle=none;orthogonalLoop=1;jettySize=auto;html=1;rounded=0;" value="">
          <mxGeometry relative="1" width="100" as="geometry">
            <Array as="points" />
            <mxPoint x="-2917.5" y="-680" as="sourcePoint" />
            <mxPoint x="-2867.5" y="-680" as="targetPoint" />
          </mxGeometry>
        </mxCell>
        <mxCell id="lgWbKkXzePmSplhIxeYr-38" edge="1" parent="1" style="edgeStyle=orthogonalEdgeStyle;rounded=0;orthogonalLoop=1;jettySize=auto;html=1;" value="">
          <mxGeometry relative="1" as="geometry">
            <mxPoint x="-3147.5" y="1219" as="sourcePoint" />
            <mxPoint x="-2982.5" y="1219" as="targetPoint" />
          </mxGeometry>
        </mxCell>
        <mxCell id="lgWbKkXzePmSplhIxeYr-39" parent="1" style="text;html=1;whiteSpace=wrap;strokeColor=none;fillColor=none;align=center;verticalAlign=middle;rounded=0;" value="泵+出水电磁阀打开20秒" vertex="1">
          <mxGeometry height="30" width="140" x="-3130" y="1190" as="geometry" />
        </mxCell>
        <mxCell id="lgWbKkXzePmSplhIxeYr-40" parent="1" style="rounded=1;whiteSpace=wrap;html=1;" value="第三次冲洗，停顿20秒" vertex="1">
          <mxGeometry height="40" width="80" x="-2980" y="1200" as="geometry" />
        </mxCell>
        <mxCell id="lgWbKkXzePmSplhIxeYr-41" edge="1" parent="1" style="edgeStyle=orthogonalEdgeStyle;rounded=0;orthogonalLoop=1;jettySize=auto;html=1;" target="lgWbKkXzePmSplhIxeYr-43" value="">
          <mxGeometry relative="1" as="geometry">
            <mxPoint x="-2655" y="1220" as="sourcePoint" />
          </mxGeometry>
        </mxCell>
        <mxCell id="lgWbKkXzePmSplhIxeYr-42" parent="1" style="text;html=1;whiteSpace=wrap;strokeColor=none;fillColor=none;align=center;verticalAlign=middle;rounded=0;" value="泵+出水电磁阀打开20秒" vertex="1">
          <mxGeometry height="30" width="140" x="-2645" y="1190" as="geometry" />
        </mxCell>
        <mxCell id="lgWbKkXzePmSplhIxeYr-43" parent="1" style="rounded=1;whiteSpace=wrap;html=1;" value="第五次冲洗，停顿20秒" vertex="1">
          <mxGeometry height="40" width="80" x="-2490" y="1200" as="geometry" />
        </mxCell>
        <mxCell id="lgWbKkXzePmSplhIxeYr-44" edge="1" parent="1" style="edgeStyle=orthogonalEdgeStyle;rounded=0;orthogonalLoop=1;jettySize=auto;html=1;" value="">
          <mxGeometry relative="1" as="geometry">
            <mxPoint x="-2902.5" y="1220" as="sourcePoint" />
            <mxPoint x="-2737.5" y="1220" as="targetPoint" />
          </mxGeometry>
        </mxCell>
        <mxCell id="lgWbKkXzePmSplhIxeYr-45" parent="1" style="text;html=1;whiteSpace=wrap;strokeColor=none;fillColor=none;align=center;verticalAlign=middle;rounded=0;" value="泵+出水电磁阀打开20秒" vertex="1">
          <mxGeometry height="30" width="140" x="-2900" y="1190" as="geometry" />
        </mxCell>
        <mxCell id="lgWbKkXzePmSplhIxeYr-46" parent="1" style="rounded=1;whiteSpace=wrap;html=1;" value="第四次冲洗，停顿20秒" vertex="1">
          <mxGeometry height="40" width="80" x="-2735" y="1200" as="geometry" />
        </mxCell>
        <mxCell id="lgWbKkXzePmSplhIxeYr-47" edge="1" parent="1" style="edgeStyle=orthogonalEdgeStyle;rounded=0;orthogonalLoop=1;jettySize=auto;html=1;" target="lgWbKkXzePmSplhIxeYr-49" value="">
          <mxGeometry relative="1" as="geometry">
            <mxPoint x="-2407.5" y="1220" as="sourcePoint" />
          </mxGeometry>
        </mxCell>
        <mxCell id="lgWbKkXzePmSplhIxeYr-48" parent="1" style="text;html=1;whiteSpace=wrap;strokeColor=none;fillColor=none;align=center;verticalAlign=middle;rounded=0;" value="泵+出水电磁阀打开20秒" vertex="1">
          <mxGeometry height="30" width="140" x="-2397.5" y="1190" as="geometry" />
        </mxCell>
        <mxCell id="lgWbKkXzePmSplhIxeYr-49" parent="1" style="rounded=1;whiteSpace=wrap;html=1;" value="第六次冲洗，停顿20秒" vertex="1">
          <mxGeometry height="40" width="80" x="-2242.5" y="1200" as="geometry" />
        </mxCell>
        <mxCell id="lgWbKkXzePmSplhIxeYr-50" edge="1" parent="1" style="endArrow=classic;html=1;rounded=0;entryX=0.983;entryY=0.375;entryDx=0;entryDy=0;entryPerimeter=0;" target="_P9jYmqXWWuWMUU2pL9c-141" value="">
          <mxGeometry height="50" relative="1" width="50" as="geometry">
            <mxPoint x="-2275" y="1310" as="sourcePoint" />
            <mxPoint x="-2635" y="1280" as="targetPoint" />
          </mxGeometry>
        </mxCell>
        <mxCell id="lgWbKkXzePmSplhIxeYr-51" parent="1" style="text;html=1;whiteSpace=wrap;strokeColor=none;fillColor=none;align=left;verticalAlign=middle;rounded=0;fontSize=22;fontStyle=1" value="清洗提醒" vertex="1">
          <mxGeometry height="30" width="160" x="-3730" y="1410" as="geometry" />
        </mxCell>
        <mxCell id="lgWbKkXzePmSplhIxeYr-52" parent="1" style="text;html=1;whiteSpace=wrap;strokeColor=#d79b00;fillColor=#ffe6cc;align=left;verticalAlign=middle;rounded=0;" value="所有按键工作0-500杯就要提醒清洗工作" vertex="1">
          <mxGeometry height="30" width="257.5" x="-3730" y="1440" as="geometry" />
        </mxCell>
        <mxCell id="lgWbKkXzePmSplhIxeYr-53" parent="1" style="text;html=1;whiteSpace=wrap;strokeColor=none;fillColor=none;align=left;verticalAlign=middle;rounded=0;fontSize=22;fontStyle=1" value="关于其他功能：&lt;div&gt;1.参数设定&lt;/div&gt;&lt;div&gt;2.故障代码，显示提醒，诊断&lt;/div&gt;&lt;div&gt;3.关于上面设置参数等&lt;/div&gt;&lt;div&gt;4.水箱水位变成重量有何问题5&lt;/div&gt;&lt;div&gt;&lt;br&gt;&lt;/div&gt;" vertex="1">
          <mxGeometry height="130" width="317.5" x="-3727.5" y="1690" as="geometry" />
        </mxCell>
        <mxCell id="riORpZrSyDfUIBfQNrKo-1" parent="1" style="rounded=1;whiteSpace=wrap;html=1;fillColor=#f8cecc;strokeColor=#b85450;" value="&lt;font style=&quot;font-size: 18px;&quot;&gt;默认程序咖啡功能：&lt;font style=&quot;color: rgb(255, 0, 0);&quot;&gt;该部分主要是默认参数，提供出厂的默认参数配置&lt;/font&gt;&lt;/font&gt;" vertex="1">
          <mxGeometry height="70" width="315" x="-3712.5" y="490" as="geometry" />
        </mxCell>
        <mxCell id="riORpZrSyDfUIBfQNrKo-2" parent="1" style="rounded=1;whiteSpace=wrap;html=1;" value="单份浓缩" vertex="1">
          <mxGeometry height="50" width="110" x="-3707.5" y="590" as="geometry" />
        </mxCell>
        <mxCell id="riORpZrSyDfUIBfQNrKo-3" parent="1" style="rounded=1;whiteSpace=wrap;html=1;fillColor=#ffe6cc;strokeColor=#d79b00;" value="按键触发" vertex="1">
          <mxGeometry height="40" width="80" x="-3557.5" y="590" as="geometry" />
        </mxCell>
        <mxCell id="riORpZrSyDfUIBfQNrKo-4" edge="1" parent="1" source="riORpZrSyDfUIBfQNrKo-2" style="endArrow=classic;html=1;rounded=0;exitX=1.01;exitY=0.506;exitDx=0;exitDy=0;exitPerimeter=0;entryX=0.007;entryY=0.589;entryDx=0;entryDy=0;entryPerimeter=0;" target="riORpZrSyDfUIBfQNrKo-3" value="">
          <mxGeometry height="50" relative="1" width="50" as="geometry">
            <mxPoint x="-3537.5" y="760" as="sourcePoint" />
            <mxPoint x="-3567.5" y="615" as="targetPoint" />
          </mxGeometry>
        </mxCell>
        <mxCell id="riORpZrSyDfUIBfQNrKo-5" edge="1" parent="1" source="riORpZrSyDfUIBfQNrKo-3" style="endArrow=classic;html=1;rounded=0;exitX=1.043;exitY=0.504;exitDx=0;exitDy=0;exitPerimeter=0;" value="">
          <mxGeometry height="50" relative="1" width="50" as="geometry">
            <mxPoint x="-3517.5" y="720" as="sourcePoint" />
            <mxPoint x="-3437.5" y="610" as="targetPoint" />
          </mxGeometry>
        </mxCell>
        <mxCell id="riORpZrSyDfUIBfQNrKo-7" parent="1" style="rounded=1;whiteSpace=wrap;html=1;" value="预浸泡阶段：压力3BAR，时间5秒" vertex="1">
          <mxGeometry height="50" width="110" x="-3437.5" y="585" as="geometry" />
        </mxCell>
        <mxCell id="riORpZrSyDfUIBfQNrKo-8" edge="1" parent="1" style="endArrow=classic;html=1;rounded=0;exitX=1.043;exitY=0.504;exitDx=0;exitDy=0;exitPerimeter=0;" value="">
          <mxGeometry height="50" relative="1" width="50" as="geometry">
            <mxPoint x="-3326" y="609.71" as="sourcePoint" />
            <mxPoint x="-3289" y="609.71" as="targetPoint" />
          </mxGeometry>
        </mxCell>
        <mxCell id="riORpZrSyDfUIBfQNrKo-9" parent="1" style="rounded=1;whiteSpace=wrap;html=1;" value="主萃取阶段：压力9BAR，时间18秒" vertex="1">
          <mxGeometry height="50" width="110" x="-3287.5" y="585" as="geometry" />
        </mxCell>
        <mxCell id="riORpZrSyDfUIBfQNrKo-10" edge="1" parent="1" style="endArrow=classic;html=1;rounded=0;exitX=1.043;exitY=0.504;exitDx=0;exitDy=0;exitPerimeter=0;" value="">
          <mxGeometry height="50" relative="1" width="50" as="geometry">
            <mxPoint x="-3177.5" y="609.71" as="sourcePoint" />
            <mxPoint x="-3140.5" y="609.71" as="targetPoint" />
          </mxGeometry>
        </mxCell>
        <mxCell id="riORpZrSyDfUIBfQNrKo-11" parent="1" style="rounded=1;whiteSpace=wrap;html=1;" value="尾段降压：压力5BAR，时间5秒" vertex="1">
          <mxGeometry height="50" width="110" x="-3142.5" y="585" as="geometry" />
        </mxCell>
        <mxCell id="riORpZrSyDfUIBfQNrKo-12" parent="1" style="rounded=1;whiteSpace=wrap;html=1;" value="结束" vertex="1">
          <mxGeometry height="40" width="75" x="-2992.5" y="590" as="geometry" />
        </mxCell>
        <mxCell id="riORpZrSyDfUIBfQNrKo-13" edge="1" parent="1" style="endArrow=classic;html=1;rounded=0;exitX=1.043;exitY=0.504;exitDx=0;exitDy=0;exitPerimeter=0;" value="">
          <mxGeometry height="50" relative="1" width="50" as="geometry">
            <mxPoint x="-3031" y="609.71" as="sourcePoint" />
            <mxPoint x="-2994" y="609.71" as="targetPoint" />
          </mxGeometry>
        </mxCell>
        <mxCell id="0SS8FHruJlp0RhGvm0XP-1" parent="1" style="rounded=1;whiteSpace=wrap;html=1;" value="双份浓缩" vertex="1">
          <mxGeometry height="50" width="110" x="-3707.5" y="655" as="geometry" />
        </mxCell>
        <mxCell id="0SS8FHruJlp0RhGvm0XP-2" parent="1" style="rounded=1;whiteSpace=wrap;html=1;fillColor=#ffe6cc;strokeColor=#d79b00;" value="按键触发" vertex="1">
          <mxGeometry height="40" width="80" x="-3557.5" y="655" as="geometry" />
        </mxCell>
        <mxCell id="0SS8FHruJlp0RhGvm0XP-3" edge="1" parent="1" source="0SS8FHruJlp0RhGvm0XP-1" style="endArrow=classic;html=1;rounded=0;exitX=1.01;exitY=0.506;exitDx=0;exitDy=0;exitPerimeter=0;entryX=0.007;entryY=0.589;entryDx=0;entryDy=0;entryPerimeter=0;" target="0SS8FHruJlp0RhGvm0XP-2" value="">
          <mxGeometry height="50" relative="1" width="50" as="geometry">
            <mxPoint x="-3537.5" y="825" as="sourcePoint" />
            <mxPoint x="-3567.5" y="680" as="targetPoint" />
          </mxGeometry>
        </mxCell>
        <mxCell id="0SS8FHruJlp0RhGvm0XP-4" edge="1" parent="1" source="0SS8FHruJlp0RhGvm0XP-2" style="endArrow=classic;html=1;rounded=0;exitX=1.043;exitY=0.504;exitDx=0;exitDy=0;exitPerimeter=0;" value="">
          <mxGeometry height="50" relative="1" width="50" as="geometry">
            <mxPoint x="-3517.5" y="785" as="sourcePoint" />
            <mxPoint x="-3437.5" y="675" as="targetPoint" />
          </mxGeometry>
        </mxCell>
        <mxCell id="0SS8FHruJlp0RhGvm0XP-5" parent="1" style="rounded=1;whiteSpace=wrap;html=1;" value="预浸泡阶段：压力3BAR，时间5秒" vertex="1">
          <mxGeometry height="50" width="110" x="-3437.5" y="650" as="geometry" />
        </mxCell>
        <mxCell id="0SS8FHruJlp0RhGvm0XP-6" edge="1" parent="1" style="endArrow=classic;html=1;rounded=0;exitX=1.043;exitY=0.504;exitDx=0;exitDy=0;exitPerimeter=0;" value="">
          <mxGeometry height="50" relative="1" width="50" as="geometry">
            <mxPoint x="-3326" y="674.71" as="sourcePoint" />
            <mxPoint x="-3289" y="674.71" as="targetPoint" />
          </mxGeometry>
        </mxCell>
        <mxCell id="0SS8FHruJlp0RhGvm0XP-7" parent="1" style="rounded=1;whiteSpace=wrap;html=1;" value="主萃取阶段：压力9BAR，时间20秒" vertex="1">
          <mxGeometry height="50" width="110" x="-3287.5" y="650" as="geometry" />
        </mxCell>
        <mxCell id="0SS8FHruJlp0RhGvm0XP-8" edge="1" parent="1" style="endArrow=classic;html=1;rounded=0;exitX=1.043;exitY=0.504;exitDx=0;exitDy=0;exitPerimeter=0;" value="">
          <mxGeometry height="50" relative="1" width="50" as="geometry">
            <mxPoint x="-3177.5" y="674.71" as="sourcePoint" />
            <mxPoint x="-3140.5" y="674.71" as="targetPoint" />
          </mxGeometry>
        </mxCell>
        <mxCell id="0SS8FHruJlp0RhGvm0XP-9" parent="1" style="rounded=1;whiteSpace=wrap;html=1;" value="尾段降压：压力5BAR，时间5秒" vertex="1">
          <mxGeometry height="50" width="110" x="-3142.5" y="650" as="geometry" />
        </mxCell>
        <mxCell id="0SS8FHruJlp0RhGvm0XP-10" parent="1" style="rounded=1;whiteSpace=wrap;html=1;" value="结束" vertex="1">
          <mxGeometry height="40" width="75" x="-2992.5" y="655" as="geometry" />
        </mxCell>
        <mxCell id="0SS8FHruJlp0RhGvm0XP-11" edge="1" parent="1" style="endArrow=classic;html=1;rounded=0;exitX=1.043;exitY=0.504;exitDx=0;exitDy=0;exitPerimeter=0;" value="">
          <mxGeometry height="50" relative="1" width="50" as="geometry">
            <mxPoint x="-3031" y="674.71" as="sourcePoint" />
            <mxPoint x="-2994" y="674.71" as="targetPoint" />
          </mxGeometry>
        </mxCell>
        <mxCell id="0SS8FHruJlp0RhGvm0XP-12" parent="1" style="rounded=1;whiteSpace=wrap;html=1;" value="美式咖啡" vertex="1">
          <mxGeometry height="50" width="110" x="-3707.5" y="715" as="geometry" />
        </mxCell>
        <mxCell id="0SS8FHruJlp0RhGvm0XP-13" parent="1" style="rounded=1;whiteSpace=wrap;html=1;fillColor=#ffe6cc;strokeColor=#d79b00;" value="按键触发" vertex="1">
          <mxGeometry height="40" width="80" x="-3557.5" y="715" as="geometry" />
        </mxCell>
        <mxCell id="0SS8FHruJlp0RhGvm0XP-14" edge="1" parent="1" source="0SS8FHruJlp0RhGvm0XP-12" style="endArrow=classic;html=1;rounded=0;exitX=1.01;exitY=0.506;exitDx=0;exitDy=0;exitPerimeter=0;entryX=0.007;entryY=0.589;entryDx=0;entryDy=0;entryPerimeter=0;" target="0SS8FHruJlp0RhGvm0XP-13" value="">
          <mxGeometry height="50" relative="1" width="50" as="geometry">
            <mxPoint x="-3537.5" y="885" as="sourcePoint" />
            <mxPoint x="-3567.5" y="740" as="targetPoint" />
          </mxGeometry>
        </mxCell>
        <mxCell id="0SS8FHruJlp0RhGvm0XP-15" edge="1" parent="1" source="0SS8FHruJlp0RhGvm0XP-13" style="endArrow=classic;html=1;rounded=0;exitX=1.043;exitY=0.504;exitDx=0;exitDy=0;exitPerimeter=0;" value="">
          <mxGeometry height="50" relative="1" width="50" as="geometry">
            <mxPoint x="-3517.5" y="845" as="sourcePoint" />
            <mxPoint x="-3437.5" y="735" as="targetPoint" />
          </mxGeometry>
        </mxCell>
        <mxCell id="0SS8FHruJlp0RhGvm0XP-16" parent="1" style="rounded=1;whiteSpace=wrap;html=1;" value="预浸泡阶段：压力3BAR，时间5秒" vertex="1">
          <mxGeometry height="50" width="110" x="-3437.5" y="710" as="geometry" />
        </mxCell>
        <mxCell id="0SS8FHruJlp0RhGvm0XP-17" edge="1" parent="1" style="endArrow=classic;html=1;rounded=0;exitX=1.043;exitY=0.504;exitDx=0;exitDy=0;exitPerimeter=0;" value="">
          <mxGeometry height="50" relative="1" width="50" as="geometry">
            <mxPoint x="-3326" y="734.71" as="sourcePoint" />
            <mxPoint x="-3289" y="734.71" as="targetPoint" />
          </mxGeometry>
        </mxCell>
        <mxCell id="0SS8FHruJlp0RhGvm0XP-18" parent="1" style="rounded=1;whiteSpace=wrap;html=1;" value="主萃取阶段：压力9BAR，时间20秒" vertex="1">
          <mxGeometry height="50" width="110" x="-3287.5" y="710" as="geometry" />
        </mxCell>
        <mxCell id="0SS8FHruJlp0RhGvm0XP-19" edge="1" parent="1" style="endArrow=classic;html=1;rounded=0;exitX=1.043;exitY=0.504;exitDx=0;exitDy=0;exitPerimeter=0;" value="">
          <mxGeometry height="50" relative="1" width="50" as="geometry">
            <mxPoint x="-3177.5" y="734.71" as="sourcePoint" />
            <mxPoint x="-3140.5" y="734.71" as="targetPoint" />
          </mxGeometry>
        </mxCell>
        <mxCell id="0SS8FHruJlp0RhGvm0XP-20" parent="1" style="rounded=1;whiteSpace=wrap;html=1;" value="尾段降压：压力4BAR，时间5秒" vertex="1">
          <mxGeometry height="50" width="110" x="-3142.5" y="710" as="geometry" />
        </mxCell>
        <mxCell id="0SS8FHruJlp0RhGvm0XP-21" parent="1" style="rounded=1;whiteSpace=wrap;html=1;" value="结束" vertex="1">
          <mxGeometry height="40" width="75" x="-2992.5" y="715" as="geometry" />
        </mxCell>
        <mxCell id="0SS8FHruJlp0RhGvm0XP-22" edge="1" parent="1" style="endArrow=classic;html=1;rounded=0;exitX=1.043;exitY=0.504;exitDx=0;exitDy=0;exitPerimeter=0;" value="">
          <mxGeometry height="50" relative="1" width="50" as="geometry">
            <mxPoint x="-3031" y="734.71" as="sourcePoint" />
            <mxPoint x="-2994" y="734.71" as="targetPoint" />
          </mxGeometry>
        </mxCell>
        <mxCell id="0SS8FHruJlp0RhGvm0XP-23" parent="1" style="rounded=1;whiteSpace=wrap;html=1;" value="浅烘焙" vertex="1">
          <mxGeometry height="50" width="110" x="-3707.5" y="785" as="geometry" />
        </mxCell>
        <mxCell id="0SS8FHruJlp0RhGvm0XP-24" parent="1" style="rounded=1;whiteSpace=wrap;html=1;fillColor=#ffe6cc;strokeColor=#d79b00;" value="按键触发" vertex="1">
          <mxGeometry height="40" width="80" x="-3557.5" y="785" as="geometry" />
        </mxCell>
        <mxCell id="0SS8FHruJlp0RhGvm0XP-25" edge="1" parent="1" source="0SS8FHruJlp0RhGvm0XP-23" style="endArrow=classic;html=1;rounded=0;exitX=1.01;exitY=0.506;exitDx=0;exitDy=0;exitPerimeter=0;entryX=0.007;entryY=0.589;entryDx=0;entryDy=0;entryPerimeter=0;" target="0SS8FHruJlp0RhGvm0XP-24" value="">
          <mxGeometry height="50" relative="1" width="50" as="geometry">
            <mxPoint x="-3537.5" y="955" as="sourcePoint" />
            <mxPoint x="-3567.5" y="810" as="targetPoint" />
          </mxGeometry>
        </mxCell>
        <mxCell id="0SS8FHruJlp0RhGvm0XP-26" edge="1" parent="1" source="0SS8FHruJlp0RhGvm0XP-24" style="endArrow=classic;html=1;rounded=0;exitX=1.043;exitY=0.504;exitDx=0;exitDy=0;exitPerimeter=0;" value="">
          <mxGeometry height="50" relative="1" width="50" as="geometry">
            <mxPoint x="-3517.5" y="915" as="sourcePoint" />
            <mxPoint x="-3437.5" y="805" as="targetPoint" />
          </mxGeometry>
        </mxCell>
        <mxCell id="0SS8FHruJlp0RhGvm0XP-27" parent="1" style="rounded=1;whiteSpace=wrap;html=1;" value="预浸泡阶段：压力3BAR，时间9秒" vertex="1">
          <mxGeometry height="50" width="110" x="-3437.5" y="780" as="geometry" />
        </mxCell>
        <mxCell id="0SS8FHruJlp0RhGvm0XP-28" edge="1" parent="1" style="endArrow=classic;html=1;rounded=0;exitX=1.043;exitY=0.504;exitDx=0;exitDy=0;exitPerimeter=0;" value="">
          <mxGeometry height="50" relative="1" width="50" as="geometry">
            <mxPoint x="-3326" y="804.71" as="sourcePoint" />
            <mxPoint x="-3289" y="804.71" as="targetPoint" />
          </mxGeometry>
        </mxCell>
        <mxCell id="0SS8FHruJlp0RhGvm0XP-29" parent="1" style="rounded=1;whiteSpace=wrap;html=1;" value="主萃取阶段：压力9BAR，时间22秒" vertex="1">
          <mxGeometry height="50" width="110" x="-3287.5" y="780" as="geometry" />
        </mxCell>
        <mxCell id="0SS8FHruJlp0RhGvm0XP-30" edge="1" parent="1" style="endArrow=classic;html=1;rounded=0;exitX=1.043;exitY=0.504;exitDx=0;exitDy=0;exitPerimeter=0;" value="">
          <mxGeometry height="50" relative="1" width="50" as="geometry">
            <mxPoint x="-3177.5" y="804.71" as="sourcePoint" />
            <mxPoint x="-3140.5" y="804.71" as="targetPoint" />
          </mxGeometry>
        </mxCell>
        <mxCell id="0SS8FHruJlp0RhGvm0XP-31" parent="1" style="rounded=1;whiteSpace=wrap;html=1;" value="尾段降压：压力4BAR，时间5秒" vertex="1">
          <mxGeometry height="50" width="110" x="-3142.5" y="780" as="geometry" />
        </mxCell>
        <mxCell id="0SS8FHruJlp0RhGvm0XP-32" parent="1" style="rounded=1;whiteSpace=wrap;html=1;" value="结束" vertex="1">
          <mxGeometry height="40" width="75" x="-2992.5" y="785" as="geometry" />
        </mxCell>
        <mxCell id="0SS8FHruJlp0RhGvm0XP-33" edge="1" parent="1" style="endArrow=classic;html=1;rounded=0;exitX=1.043;exitY=0.504;exitDx=0;exitDy=0;exitPerimeter=0;" value="">
          <mxGeometry height="50" relative="1" width="50" as="geometry">
            <mxPoint x="-3031" y="804.71" as="sourcePoint" />
            <mxPoint x="-2994" y="804.71" as="targetPoint" />
          </mxGeometry>
        </mxCell>
        <mxCell id="0SS8FHruJlp0RhGvm0XP-34" parent="1" style="rounded=1;whiteSpace=wrap;html=1;" value="中烘焙" vertex="1">
          <mxGeometry height="50" width="110" x="-3707.5" y="855" as="geometry" />
        </mxCell>
        <mxCell id="0SS8FHruJlp0RhGvm0XP-35" parent="1" style="rounded=1;whiteSpace=wrap;html=1;fillColor=#ffe6cc;strokeColor=#d79b00;" value="按键触发" vertex="1">
          <mxGeometry height="40" width="80" x="-3557.5" y="855" as="geometry" />
        </mxCell>
        <mxCell id="0SS8FHruJlp0RhGvm0XP-36" edge="1" parent="1" source="0SS8FHruJlp0RhGvm0XP-34" style="endArrow=classic;html=1;rounded=0;exitX=1.01;exitY=0.506;exitDx=0;exitDy=0;exitPerimeter=0;entryX=0.007;entryY=0.589;entryDx=0;entryDy=0;entryPerimeter=0;" target="0SS8FHruJlp0RhGvm0XP-35" value="">
          <mxGeometry height="50" relative="1" width="50" as="geometry">
            <mxPoint x="-3537.5" y="1025" as="sourcePoint" />
            <mxPoint x="-3567.5" y="880" as="targetPoint" />
          </mxGeometry>
        </mxCell>
        <mxCell id="0SS8FHruJlp0RhGvm0XP-37" edge="1" parent="1" source="0SS8FHruJlp0RhGvm0XP-35" style="endArrow=classic;html=1;rounded=0;exitX=1.043;exitY=0.504;exitDx=0;exitDy=0;exitPerimeter=0;" value="">
          <mxGeometry height="50" relative="1" width="50" as="geometry">
            <mxPoint x="-3517.5" y="985" as="sourcePoint" />
            <mxPoint x="-3437.5" y="875" as="targetPoint" />
          </mxGeometry>
        </mxCell>
        <mxCell id="0SS8FHruJlp0RhGvm0XP-38" parent="1" style="rounded=1;whiteSpace=wrap;html=1;" value="预浸泡阶段：压力3BAR，时间7秒" vertex="1">
          <mxGeometry height="50" width="110" x="-3437.5" y="850" as="geometry" />
        </mxCell>
        <mxCell id="0SS8FHruJlp0RhGvm0XP-39" edge="1" parent="1" style="endArrow=classic;html=1;rounded=0;exitX=1.043;exitY=0.504;exitDx=0;exitDy=0;exitPerimeter=0;" value="">
          <mxGeometry height="50" relative="1" width="50" as="geometry">
            <mxPoint x="-3326" y="874.71" as="sourcePoint" />
            <mxPoint x="-3289" y="874.71" as="targetPoint" />
          </mxGeometry>
        </mxCell>
        <mxCell id="0SS8FHruJlp0RhGvm0XP-40" parent="1" style="rounded=1;whiteSpace=wrap;html=1;" value="主萃取阶段：压力9BAR，时间20秒" vertex="1">
          <mxGeometry height="50" width="110" x="-3287.5" y="850" as="geometry" />
        </mxCell>
        <mxCell id="0SS8FHruJlp0RhGvm0XP-41" edge="1" parent="1" style="endArrow=classic;html=1;rounded=0;exitX=1.043;exitY=0.504;exitDx=0;exitDy=0;exitPerimeter=0;" value="">
          <mxGeometry height="50" relative="1" width="50" as="geometry">
            <mxPoint x="-3177.5" y="874.71" as="sourcePoint" />
            <mxPoint x="-3140.5" y="874.71" as="targetPoint" />
          </mxGeometry>
        </mxCell>
        <mxCell id="0SS8FHruJlp0RhGvm0XP-42" parent="1" style="rounded=1;whiteSpace=wrap;html=1;" value="尾段降压：压力4BAR，时间5秒" vertex="1">
          <mxGeometry height="50" width="110" x="-3142.5" y="850" as="geometry" />
        </mxCell>
        <mxCell id="0SS8FHruJlp0RhGvm0XP-43" parent="1" style="rounded=1;whiteSpace=wrap;html=1;" value="结束" vertex="1">
          <mxGeometry height="40" width="75" x="-2992.5" y="855" as="geometry" />
        </mxCell>
        <mxCell id="0SS8FHruJlp0RhGvm0XP-44" edge="1" parent="1" style="endArrow=classic;html=1;rounded=0;exitX=1.043;exitY=0.504;exitDx=0;exitDy=0;exitPerimeter=0;" value="">
          <mxGeometry height="50" relative="1" width="50" as="geometry">
            <mxPoint x="-3031" y="874.71" as="sourcePoint" />
            <mxPoint x="-2994" y="874.71" as="targetPoint" />
          </mxGeometry>
        </mxCell>
        <mxCell id="0SS8FHruJlp0RhGvm0XP-45" parent="1" style="rounded=1;whiteSpace=wrap;html=1;" value="深烘焙" vertex="1">
          <mxGeometry height="50" width="110" x="-3707.5" y="925" as="geometry" />
        </mxCell>
        <mxCell id="0SS8FHruJlp0RhGvm0XP-46" parent="1" style="rounded=1;whiteSpace=wrap;html=1;fillColor=#ffe6cc;strokeColor=#d79b00;" value="按键触发" vertex="1">
          <mxGeometry height="40" width="80" x="-3557.5" y="925" as="geometry" />
        </mxCell>
        <mxCell id="0SS8FHruJlp0RhGvm0XP-47" edge="1" parent="1" source="0SS8FHruJlp0RhGvm0XP-45" style="endArrow=classic;html=1;rounded=0;exitX=1.01;exitY=0.506;exitDx=0;exitDy=0;exitPerimeter=0;entryX=0.007;entryY=0.589;entryDx=0;entryDy=0;entryPerimeter=0;" target="0SS8FHruJlp0RhGvm0XP-46" value="">
          <mxGeometry height="50" relative="1" width="50" as="geometry">
            <mxPoint x="-3537.5" y="1095" as="sourcePoint" />
            <mxPoint x="-3567.5" y="950" as="targetPoint" />
          </mxGeometry>
        </mxCell>
        <mxCell id="0SS8FHruJlp0RhGvm0XP-48" edge="1" parent="1" source="0SS8FHruJlp0RhGvm0XP-46" style="endArrow=classic;html=1;rounded=0;exitX=1.043;exitY=0.504;exitDx=0;exitDy=0;exitPerimeter=0;" value="">
          <mxGeometry height="50" relative="1" width="50" as="geometry">
            <mxPoint x="-3517.5" y="1055" as="sourcePoint" />
            <mxPoint x="-3437.5" y="945" as="targetPoint" />
          </mxGeometry>
        </mxCell>
        <mxCell id="0SS8FHruJlp0RhGvm0XP-49" parent="1" style="rounded=1;whiteSpace=wrap;html=1;" value="预浸泡阶段：压力3BAR，时间5秒" vertex="1">
          <mxGeometry height="50" width="110" x="-3437.5" y="920" as="geometry" />
        </mxCell>
        <mxCell id="0SS8FHruJlp0RhGvm0XP-50" edge="1" parent="1" style="endArrow=classic;html=1;rounded=0;exitX=1.043;exitY=0.504;exitDx=0;exitDy=0;exitPerimeter=0;" value="">
          <mxGeometry height="50" relative="1" width="50" as="geometry">
            <mxPoint x="-3326" y="944.71" as="sourcePoint" />
            <mxPoint x="-3289" y="944.71" as="targetPoint" />
          </mxGeometry>
        </mxCell>
        <mxCell id="0SS8FHruJlp0RhGvm0XP-51" parent="1" style="rounded=1;whiteSpace=wrap;html=1;" value="主萃取阶段：压力9BAR，时间18秒" vertex="1">
          <mxGeometry height="50" width="110" x="-3287.5" y="920" as="geometry" />
        </mxCell>
        <mxCell id="0SS8FHruJlp0RhGvm0XP-52" edge="1" parent="1" style="endArrow=classic;html=1;rounded=0;exitX=1.043;exitY=0.504;exitDx=0;exitDy=0;exitPerimeter=0;" value="">
          <mxGeometry height="50" relative="1" width="50" as="geometry">
            <mxPoint x="-3177.5" y="944.71" as="sourcePoint" />
            <mxPoint x="-3140.5" y="944.71" as="targetPoint" />
          </mxGeometry>
        </mxCell>
        <mxCell id="0SS8FHruJlp0RhGvm0XP-53" parent="1" style="rounded=1;whiteSpace=wrap;html=1;" value="尾段降压：压力3BAR，时间5秒" vertex="1">
          <mxGeometry height="50" width="110" x="-3142.5" y="920" as="geometry" />
        </mxCell>
        <mxCell id="0SS8FHruJlp0RhGvm0XP-54" parent="1" style="rounded=1;whiteSpace=wrap;html=1;" value="结束" vertex="1">
          <mxGeometry height="40" width="75" x="-2992.5" y="925" as="geometry" />
        </mxCell>
        <mxCell id="0SS8FHruJlp0RhGvm0XP-55" edge="1" parent="1" style="endArrow=classic;html=1;rounded=0;exitX=1.043;exitY=0.504;exitDx=0;exitDy=0;exitPerimeter=0;" value="">
          <mxGeometry height="50" relative="1" width="50" as="geometry">
            <mxPoint x="-3031" y="944.71" as="sourcePoint" />
            <mxPoint x="-2994" y="944.71" as="targetPoint" />
          </mxGeometry>
        </mxCell>
        <mxCell id="IilmvoyfG79s7OAyW8Hz-2" parent="1" style="text;html=1;whiteSpace=wrap;strokeColor=none;fillColor=none;align=center;verticalAlign=middle;rounded=0;fontSize=24;fontStyle=1;fontColor=#FF0000;" value="完成" vertex="1">
          <mxGeometry height="30" width="60" x="-3002.5" y="250" as="geometry" />
        </mxCell>
        <mxCell id="IilmvoyfG79s7OAyW8Hz-4" parent="1" style="text;html=1;whiteSpace=wrap;strokeColor=none;fillColor=none;align=center;verticalAlign=middle;rounded=0;fontSize=22;fontColor=#7F00FF;" value="总控是重量" vertex="1">
          <mxGeometry height="30" width="175" x="-3325" y="-220" as="geometry" />
        </mxCell>
        <mxCell id="DRQTxW7p1hNPi4zCKs6T-1" parent="1" style="text;html=1;whiteSpace=wrap;strokeColor=none;fillColor=none;align=left;verticalAlign=middle;rounded=0;fontColor=#7F00FF;" value="&lt;br&gt;1.使用气压传感器能够得到实际存量的水，实际根据水量减少，获得对应的电压值(红色模块)--水箱，和探针不会同时使用&lt;br&gt;2.两个探针一个是水箱一个是蒸汽锅炉&lt;br&gt;(&lt;br&gt;a.水位探针---是外接水&lt;br&gt;b.气压传感器---水箱&lt;div&gt;&lt;br/&gt;&lt;/div&gt;" vertex="1">
          <mxGeometry height="110" width="227.5" x="-2460" y="-1950" as="geometry" />
        </mxCell>
        <mxCell id="DRQTxW7p1hNPi4zCKs6T-2" parent="1" style="text;html=1;whiteSpace=wrap;strokeColor=none;fillColor=none;align=left;verticalAlign=middle;rounded=0;" value="水泵+220V水泵&lt;br&gt;a.不能同时工作&lt;br&gt;&lt;b&gt;&lt;font style=&quot;color: rgb(255, 0, 0);&quot;&gt;b.当前咖啡机只适配24V水泵&lt;/font&gt;&lt;/b&gt;" vertex="1">
          <mxGeometry height="70" width="325" x="-3055" y="-2000" as="geometry" />
        </mxCell>
        <mxCell id="DRQTxW7p1hNPi4zCKs6T-3" parent="1" style="text;html=1;whiteSpace=wrap;strokeColor=none;fillColor=none;align=left;verticalAlign=middle;rounded=0;fontStyle=1;fontColor=#7F00FF;" value="1.T1：蒸汽锅炉&lt;br&gt;2.T2咖啡锅炉&lt;br&gt;3.T3冲泡头" vertex="1">
          <mxGeometry height="60" width="130" x="-3777.5" y="-1550" as="geometry" />
        </mxCell>
        <mxCell id="DRQTxW7p1hNPi4zCKs6T-4" parent="1" style="text;html=1;whiteSpace=wrap;strokeColor=none;fillColor=none;align=center;verticalAlign=middle;rounded=0;fontColor=#7F00FF;" value="冷凝水：气泵，排放冷凝水，工作30秒" vertex="1">
          <mxGeometry height="30" width="157.5" x="-3281.25" y="-1250" as="geometry" />
        </mxCell>
        <mxCell id="DRQTxW7p1hNPi4zCKs6T-7" parent="1" style="text;html=1;whiteSpace=wrap;strokeColor=none;fillColor=none;align=left;verticalAlign=middle;rounded=0;fontColor=#7F00FF;" value="app:热水的计时&lt;br&gt;触摸屏上是手动的" vertex="1">
          <mxGeometry height="40" width="120" x="-3256.25" y="-1060" as="geometry" />
        </mxCell>
        <mxCell id="DRQTxW7p1hNPi4zCKs6T-9" parent="1" style="text;html=1;whiteSpace=wrap;strokeColor=none;fillColor=none;align=center;verticalAlign=middle;rounded=0;fontColor=#7F00FF;" value="冷热水是有独立的管子输出" vertex="1">
          <mxGeometry height="30" width="60" x="-3136.25" y="-820" as="geometry" />
        </mxCell>
        <mxCell id="DRQTxW7p1hNPi4zCKs6T-16" parent="1" style="text;html=1;whiteSpace=wrap;strokeColor=none;fillColor=none;align=left;verticalAlign=middle;rounded=0;fontColor=#7F00FF;fontStyle=1" value="只要拨杆变动，就弹出手动萃取功能，保存-液晶显示屏，安卓app上只显示曲线" vertex="1">
          <mxGeometry height="30" width="240" x="-2420" y="-1660" as="geometry" />
        </mxCell>
        <mxCell id="DRQTxW7p1hNPi4zCKs6T-17" parent="1" style="text;html=1;whiteSpace=wrap;strokeColor=none;fillColor=none;align=left;verticalAlign=middle;rounded=0;fontStyle=1;fontColor=#7F00FF;" value="只要做咖啡的过程的过程中，进水电磁阀无论如何都是关闭的，直到咖啡做完结束，时间保存到下一次咖啡开始" vertex="1">
          <mxGeometry height="60" width="280" x="-2417.5" y="-1620" as="geometry" />
        </mxCell>
        <mxCell id="DRQTxW7p1hNPi4zCKs6T-18" parent="1" style="text;html=1;whiteSpace=wrap;strokeColor=none;fillColor=none;align=center;verticalAlign=middle;rounded=0;fontColor=#FF0000;" value="萃取时间，三位数，只显示描述，字体调大，强调明显" vertex="1">
          <mxGeometry height="30" width="290" x="-2420" y="-1530" as="geometry" />
        </mxCell>
        <mxCell id="DRQTxW7p1hNPi4zCKs6T-19" parent="1" style="text;html=1;whiteSpace=wrap;strokeColor=none;fillColor=none;align=left;verticalAlign=middle;rounded=0;fontColor=#FF0000;fontStyle=1" value="1.蒸汽锅炉温度和咖啡锅炉的温度都按照0.1度的温控进行控制&lt;br&gt;&amp;nbsp; &amp;nbsp; &amp;nbsp; &amp;nbsp; &amp;nbsp; &amp;nbsp; &amp;nbsp;蒸汽锅炉的范围：110-140&lt;br&gt;&amp;nbsp; &amp;nbsp; &amp;nbsp; &amp;nbsp; &amp;nbsp; &amp;nbsp; &amp;nbsp;咖啡锅炉1-98度&lt;br&gt;&lt;div&gt;2.液晶屏咖啡主控制页面---两个锅炉的温度&lt;br&gt;&lt;div style=&quot;&quot;&gt;&lt;span style=&quot;background-color: transparent; color: light-dark(rgb(255, 0, 0), rgb(255, 144, 144));&quot;&gt;3.温度，可以跟电阻值&lt;br&gt;4.压力传感器，好坏的判断(咨询厂家)&lt;br&gt;在IPDA上的维修测试进行弹窗提醒&lt;br&gt;5.液晶屏的添加氛围灯，添加灯珠&lt;br&gt;&amp;nbsp; &amp;nbsp;咖啡锅炉：a.30度白色，60度蓝色。88度后都是红色&lt;br&gt;&amp;nbsp; &amp;nbsp;做咖啡：跑马灯&lt;br&gt;6.增加泡茶模式，开始---》停顿---开始》---》开始，单独用一个模式记录&lt;br&gt;7.水位探针--蒸汽锅炉--检测水位需要做延迟(大概0.5秒的延迟。前后各测试一次，数值一样就有效)。因为沸腾的水接触水会进行误判&lt;br&gt;&lt;br&gt;&lt;br&gt;&lt;/span&gt;&lt;/div&gt;&lt;/div&gt;" vertex="1">
          <mxGeometry height="220" width="345" x="-2417.5" y="-1490" as="geometry" />
        </mxCell>
        <mxCell id="DRQTxW7p1hNPi4zCKs6T-20" parent="1" style="text;html=1;whiteSpace=wrap;strokeColor=none;fillColor=none;align=center;verticalAlign=middle;rounded=0;fontColor=#FF0000;fontSize=20;" value="只有正向清洗" vertex="1">
          <mxGeometry height="30" width="142.5" x="-3455" y="1090" as="geometry" />
        </mxCell>
        <mxCell id="DRQTxW7p1hNPi4zCKs6T-23" parent="1" style="text;html=1;whiteSpace=wrap;strokeColor=none;fillColor=none;align=center;verticalAlign=middle;rounded=0;fontStyle=1;fontColor=#FF0000;" value="缺少关机按键" vertex="1">
          <mxGeometry height="30" width="80" x="-3752.5" y="1490" as="geometry" />
        </mxCell>
        <mxCell id="DRQTxW7p1hNPi4zCKs6T-24" parent="1" style="rounded=1;whiteSpace=wrap;html=1;fillColor=#ffe6cc;strokeColor=#d79b00;" value="" vertex="1">
          <mxGeometry height="140" width="302.5" x="-3415" y="1520" as="geometry" />
        </mxCell>
        <mxCell id="DRQTxW7p1hNPi4zCKs6T-27" edge="1" parent="1" source="_P9jYmqXWWuWMUU2pL9c-157" style="edgeStyle=orthogonalEdgeStyle;rounded=0;orthogonalLoop=1;jettySize=auto;html=1;" target="DRQTxW7p1hNPi4zCKs6T-25" value="">
          <mxGeometry relative="1" as="geometry" />
        </mxCell>
        <mxCell id="_P9jYmqXWWuWMUU2pL9c-157" parent="1" style="rounded=1;whiteSpace=wrap;html=1;" value="关机按键" vertex="1">
          <mxGeometry height="40" width="55" x="-3395" y="1590" as="geometry" />
        </mxCell>
        <mxCell id="DRQTxW7p1hNPi4zCKs6T-28" edge="1" parent="1" source="DRQTxW7p1hNPi4zCKs6T-25" style="edgeStyle=orthogonalEdgeStyle;rounded=0;orthogonalLoop=1;jettySize=auto;html=1;" target="DRQTxW7p1hNPi4zCKs6T-26" value="">
          <mxGeometry relative="1" as="geometry" />
        </mxCell>
        <mxCell id="DRQTxW7p1hNPi4zCKs6T-25" parent="1" style="rounded=1;whiteSpace=wrap;html=1;" value="高压部分全关掉" vertex="1">
          <mxGeometry height="40" width="100" x="-3312.5" y="1590" as="geometry" />
        </mxCell>
        <mxCell id="DRQTxW7p1hNPi4zCKs6T-26" parent="1" style="rounded=1;whiteSpace=wrap;html=1;" value="LCD" vertex="1">
          <mxGeometry height="40" width="60" x="-3192.5" y="1590" as="geometry" />
        </mxCell>
        <mxCell id="DRQTxW7p1hNPi4zCKs6T-30" parent="1" style="rounded=1;whiteSpace=wrap;html=1;fontColor=#7F00FF;" value="蒸汽阀关闭后，开启气泵工作30秒，如果这个阶段蒸汽阀再开启，蒸汽阀优先" vertex="1">
          <mxGeometry height="60" width="140" x="-2956.25" y="-1200" as="geometry" />
        </mxCell>
        <mxCell id="DRQTxW7p1hNPi4zCKs6T-32" edge="1" parent="1" source="DRQTxW7p1hNPi4zCKs6T-31" style="edgeStyle=orthogonalEdgeStyle;rounded=0;orthogonalLoop=1;jettySize=auto;html=1;exitX=1;exitY=0.5;exitDx=0;exitDy=0;entryX=0;entryY=0.5;entryDx=0;entryDy=0;" target="_P9jYmqXWWuWMUU2pL9c-117">
          <mxGeometry relative="1" as="geometry" />
        </mxCell>
        <mxCell id="DRQTxW7p1hNPi4zCKs6T-31" parent="1" style="rounded=1;whiteSpace=wrap;html=1;" value="开启蒸汽阀" vertex="1">
          <mxGeometry height="40" width="73.75" x="-3275.62" y="-1190" as="geometry" />
        </mxCell>
+         <mxCell id="DRQTxW7p1hNPi4zCKs6T-34" parent="1" style="text;html=1;whiteSpace=wrap;strokeColor=none;fillColor=none;align=left;verticalAlign=middle;rounded=0;fontColor=#7F00FF;" value="app:热水的计时&lt;br&gt;触摸屏上是手动的" vertex="1">
+           <mxGeometry height="40" width="120" x="-2420" y="-1740" as="geometry" />
+         </mxCell>
      </root>
    </mxGraphModel>
  </diagram>
</mxfile>
